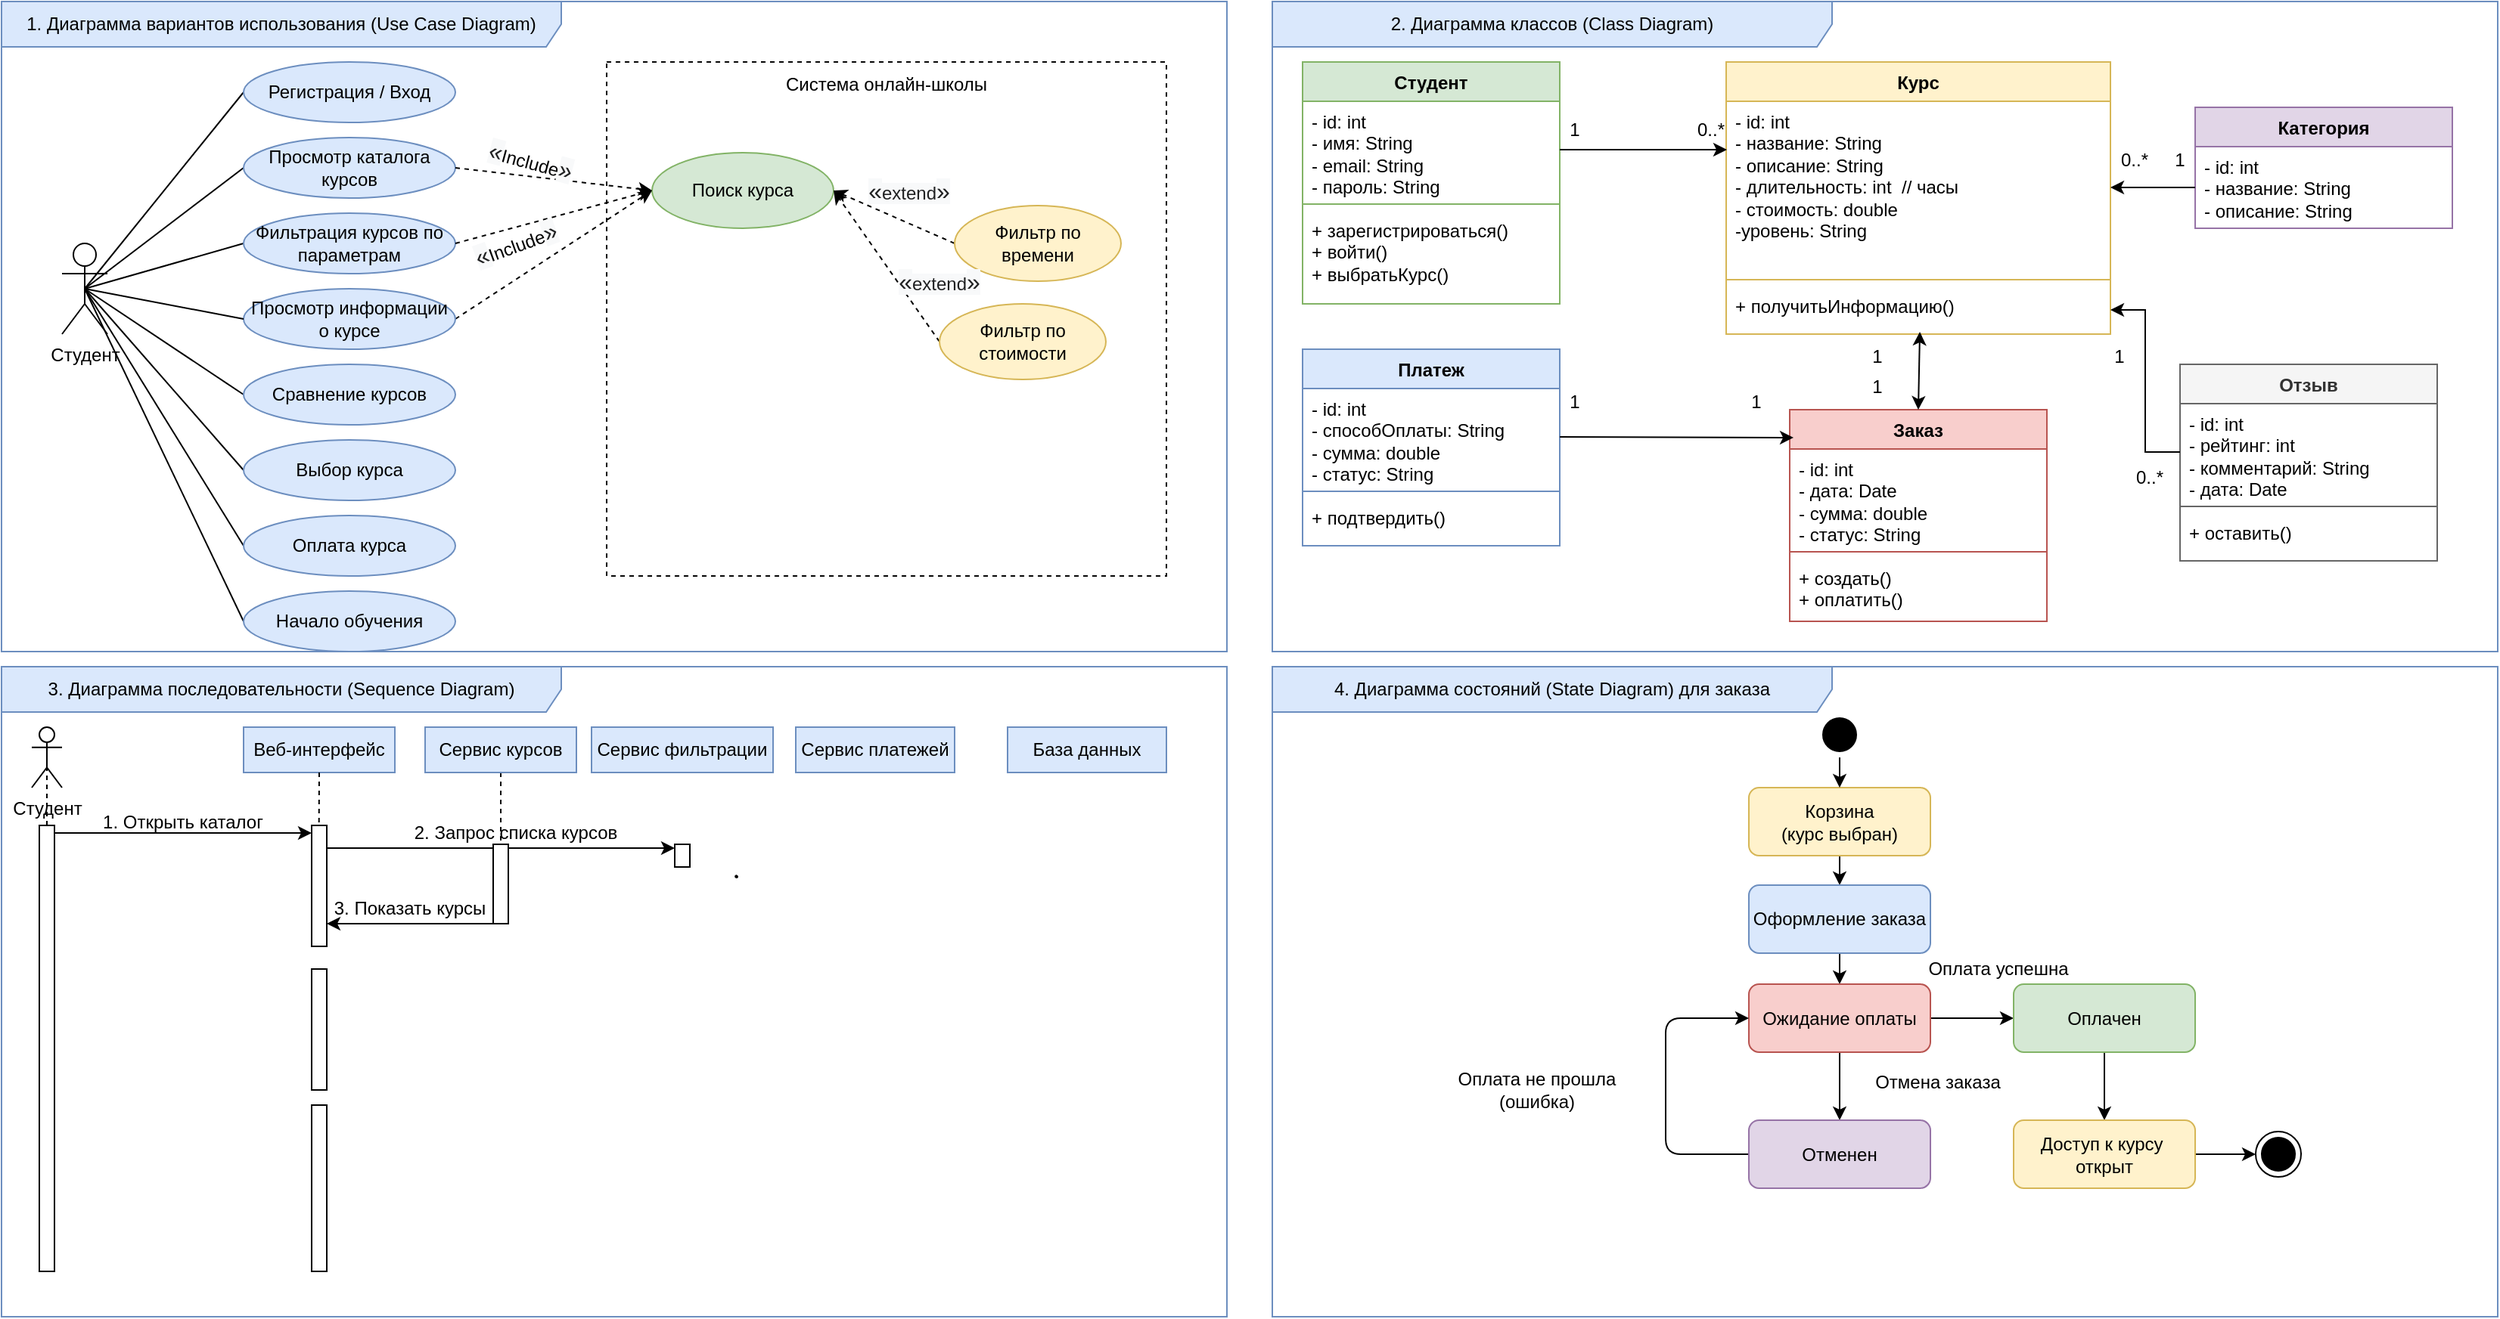
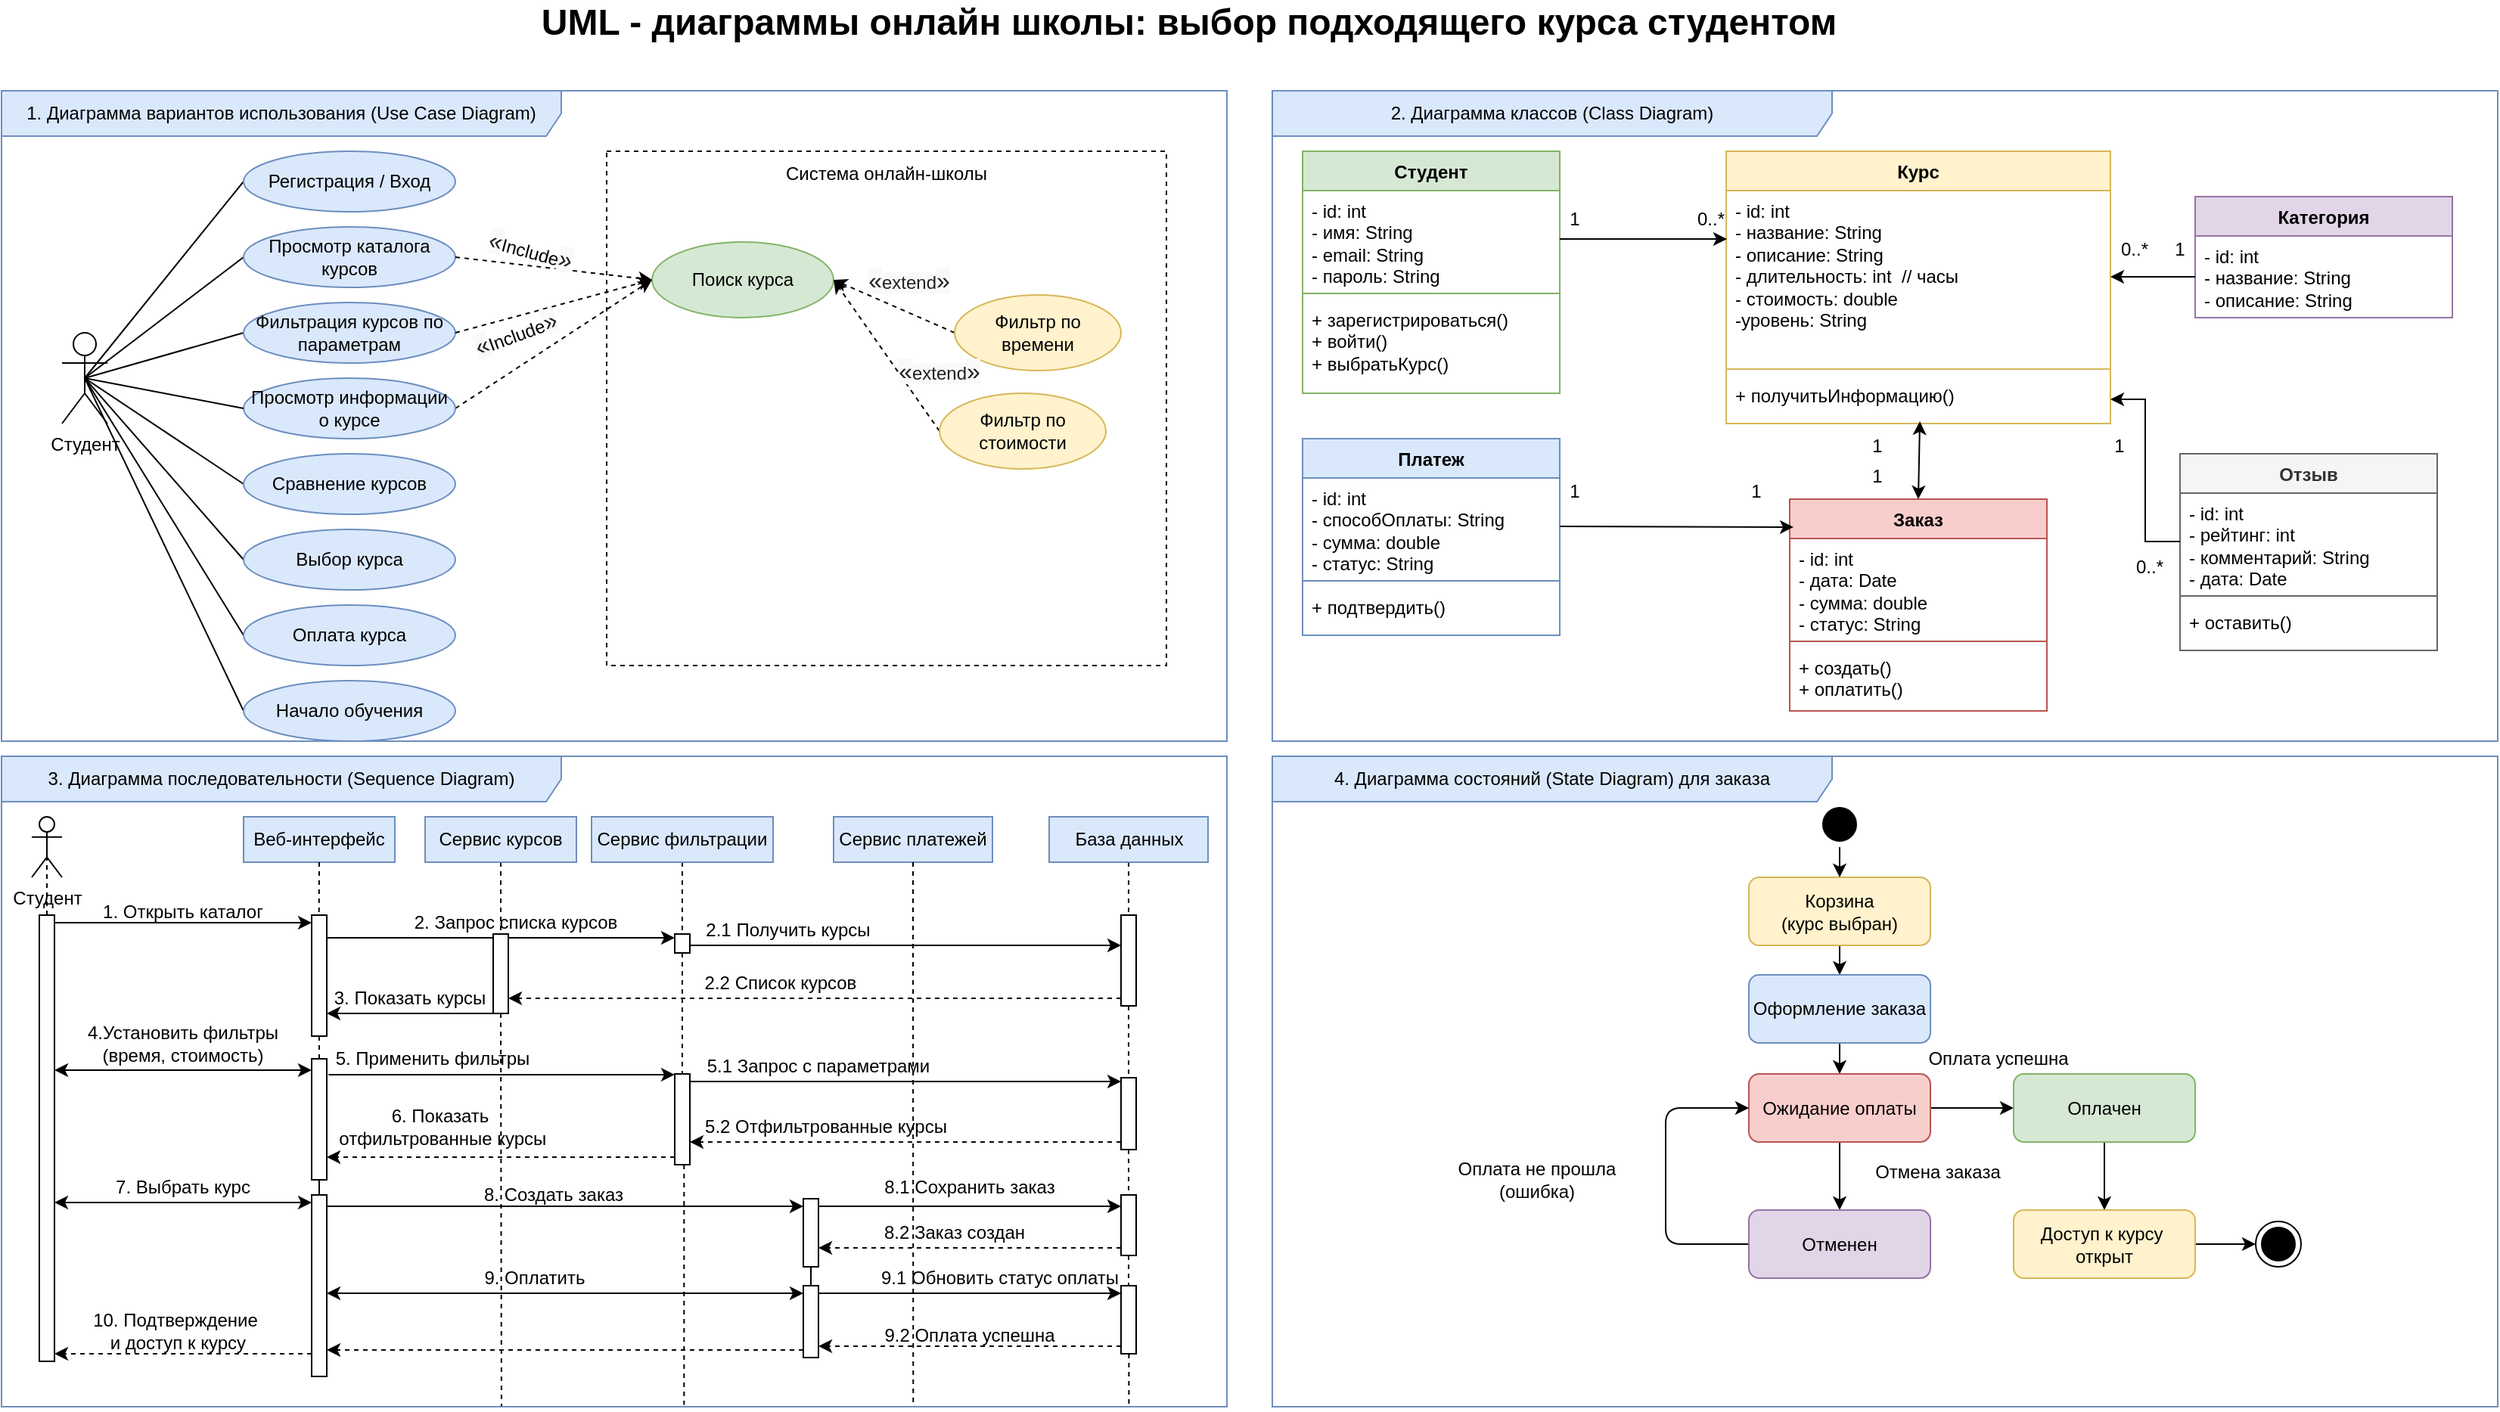
<mxfile host="app.diagrams.net">
  <diagram name="Страница-1" id="D9qNlymfPTsSxVgft2LI">
-     <mxGraphModel dx="305" dy="205" grid="1" gridSize="10" guides="1" tooltips="1" connect="1" arrows="1" fold="1" page="1" pageScale="1" pageWidth="827" pageHeight="1169" math="0" shadow="0">
+     <mxGraphModel dx="2338" dy="2742" grid="1" gridSize="10" guides="1" tooltips="1" connect="1" arrows="1" fold="1" page="1" pageScale="1" pageWidth="827" pageHeight="1169" math="0" shadow="0">
      <root>
        <mxCell id="0" />
        <mxCell id="1" parent="0" />
        <mxCell id="Ora9MrkWIrVl9lBXlNgj-35" parent="1" style="rounded=0;whiteSpace=wrap;html=1;strokeColor=default;dashed=1;" value="" vertex="1">
          <mxGeometry height="340" width="370" x="400" y="40" as="geometry" />
        </mxCell>
        <mxCell id="Ora9MrkWIrVl9lBXlNgj-28" edge="1" parent="1" source="Ora9MrkWIrVl9lBXlNgj-1" style="edgeStyle=none;rounded=0;orthogonalLoop=1;jettySize=auto;html=1;exitX=0.5;exitY=0.5;exitDx=0;exitDy=0;exitPerimeter=0;entryX=0;entryY=0.5;entryDx=0;entryDy=0;endArrow=none;endFill=0;" target="Ora9MrkWIrVl9lBXlNgj-5">
          <mxGeometry relative="1" as="geometry" />
        </mxCell>
        <mxCell id="Ora9MrkWIrVl9lBXlNgj-29" edge="1" parent="1" source="Ora9MrkWIrVl9lBXlNgj-1" style="edgeStyle=none;rounded=0;orthogonalLoop=1;jettySize=auto;html=1;exitX=0.5;exitY=0.5;exitDx=0;exitDy=0;exitPerimeter=0;entryX=0;entryY=0.5;entryDx=0;entryDy=0;endArrow=none;endFill=0;" target="Ora9MrkWIrVl9lBXlNgj-6">
          <mxGeometry relative="1" as="geometry" />
        </mxCell>
        <mxCell id="Ora9MrkWIrVl9lBXlNgj-30" edge="1" parent="1" source="Ora9MrkWIrVl9lBXlNgj-1" style="edgeStyle=none;rounded=0;orthogonalLoop=1;jettySize=auto;html=1;exitX=0.5;exitY=0.5;exitDx=0;exitDy=0;exitPerimeter=0;entryX=0;entryY=0.5;entryDx=0;entryDy=0;endArrow=none;endFill=0;" target="Ora9MrkWIrVl9lBXlNgj-13">
          <mxGeometry relative="1" as="geometry" />
        </mxCell>
        <mxCell id="Ora9MrkWIrVl9lBXlNgj-31" edge="1" parent="1" source="Ora9MrkWIrVl9lBXlNgj-1" style="edgeStyle=none;rounded=0;orthogonalLoop=1;jettySize=auto;html=1;exitX=0.5;exitY=0.5;exitDx=0;exitDy=0;exitPerimeter=0;entryX=0;entryY=0.5;entryDx=0;entryDy=0;endArrow=none;endFill=0;" target="Ora9MrkWIrVl9lBXlNgj-14">
          <mxGeometry relative="1" as="geometry" />
        </mxCell>
        <mxCell id="Ora9MrkWIrVl9lBXlNgj-32" edge="1" parent="1" source="Ora9MrkWIrVl9lBXlNgj-1" style="edgeStyle=none;rounded=0;orthogonalLoop=1;jettySize=auto;html=1;exitX=0.5;exitY=0.5;exitDx=0;exitDy=0;exitPerimeter=0;entryX=0;entryY=0.5;entryDx=0;entryDy=0;endArrow=none;endFill=0;" target="Ora9MrkWIrVl9lBXlNgj-15">
          <mxGeometry relative="1" as="geometry" />
        </mxCell>
        <mxCell id="Ora9MrkWIrVl9lBXlNgj-33" edge="1" parent="1" source="Ora9MrkWIrVl9lBXlNgj-1" style="edgeStyle=none;rounded=0;orthogonalLoop=1;jettySize=auto;html=1;exitX=0.5;exitY=0.5;exitDx=0;exitDy=0;exitPerimeter=0;entryX=0;entryY=0.5;entryDx=0;entryDy=0;endArrow=none;endFill=0;" target="Ora9MrkWIrVl9lBXlNgj-16">
          <mxGeometry relative="1" as="geometry" />
        </mxCell>
        <mxCell id="Ora9MrkWIrVl9lBXlNgj-34" edge="1" parent="1" source="Ora9MrkWIrVl9lBXlNgj-1" style="edgeStyle=none;rounded=0;orthogonalLoop=1;jettySize=auto;html=1;exitX=0.5;exitY=0.5;exitDx=0;exitDy=0;exitPerimeter=0;entryX=0;entryY=0.5;entryDx=0;entryDy=0;endArrow=none;endFill=0;" target="Ora9MrkWIrVl9lBXlNgj-17">
          <mxGeometry relative="1" as="geometry" />
        </mxCell>
        <mxCell id="Ora9MrkWIrVl9lBXlNgj-1" parent="1" style="shape=umlActor;verticalLabelPosition=bottom;verticalAlign=top;html=1;outlineConnect=0;" value="Студент" vertex="1">
          <mxGeometry height="60" width="30" x="40" y="160" as="geometry" />
        </mxCell>
        <mxCell id="Ora9MrkWIrVl9lBXlNgj-3" edge="1" parent="1" style="endArrow=none;html=1;rounded=0;strokeColor=none;curved=1;" value="">
          <mxGeometry height="50" relative="1" width="50" as="geometry">
            <mxPoint x="390" y="330" as="sourcePoint" />
            <mxPoint x="440" y="280" as="targetPoint" />
          </mxGeometry>
        </mxCell>
        <mxCell id="Ora9MrkWIrVl9lBXlNgj-5" parent="1" style="ellipse;whiteSpace=wrap;html=1;fillColor=#dae8fc;strokeColor=#6c8ebf;" value="Регистрация / Вход" vertex="1">
          <mxGeometry height="40" width="140" x="160" y="40" as="geometry" />
        </mxCell>
        <mxCell id="Ora9MrkWIrVl9lBXlNgj-6" parent="1" style="ellipse;whiteSpace=wrap;html=1;fillColor=#dae8fc;strokeColor=#6c8ebf;" value="Просмотр каталога курсов" vertex="1">
          <mxGeometry height="40" width="140" x="160" y="90" as="geometry" />
        </mxCell>
        <mxCell id="Ora9MrkWIrVl9lBXlNgj-13" parent="1" style="ellipse;whiteSpace=wrap;html=1;fillColor=#dae8fc;strokeColor=#6c8ebf;" value="Фильтрация курсов по параметрам" vertex="1">
          <mxGeometry height="40" width="140" x="160" y="140" as="geometry" />
        </mxCell>
        <mxCell id="Ora9MrkWIrVl9lBXlNgj-14" parent="1" style="ellipse;whiteSpace=wrap;html=1;fillColor=#dae8fc;strokeColor=#6c8ebf;" value="Сравнение курсов" vertex="1">
          <mxGeometry height="40" width="140" x="160" y="240" as="geometry" />
        </mxCell>
        <mxCell id="Ora9MrkWIrVl9lBXlNgj-15" parent="1" style="ellipse;whiteSpace=wrap;html=1;fillColor=#dae8fc;strokeColor=#6c8ebf;" value="Выбор курса" vertex="1">
          <mxGeometry height="40" width="140" x="160" y="290" as="geometry" />
        </mxCell>
        <mxCell id="Ora9MrkWIrVl9lBXlNgj-16" parent="1" style="ellipse;whiteSpace=wrap;html=1;fillColor=#dae8fc;strokeColor=#6c8ebf;" value="Оплата курса" vertex="1">
          <mxGeometry height="40" width="140" x="160" y="340" as="geometry" />
        </mxCell>
        <mxCell id="Ora9MrkWIrVl9lBXlNgj-17" parent="1" style="ellipse;whiteSpace=wrap;html=1;fillColor=#dae8fc;strokeColor=#6c8ebf;" value="Начало обучения" vertex="1">
          <mxGeometry height="40" width="140" x="160" y="390" as="geometry" />
        </mxCell>
        <mxCell id="Ora9MrkWIrVl9lBXlNgj-18" parent="1" style="shape=umlFrame;whiteSpace=wrap;html=1;pointerEvents=0;width=370;height=30;fillColor=#dae8fc;strokeColor=#6c8ebf;" value="1. Диаграмма вариантов использования (Use Case Diagram)" vertex="1">
          <mxGeometry height="430" width="810" as="geometry" />
        </mxCell>
        <mxCell id="Ora9MrkWIrVl9lBXlNgj-36" parent="1" style="text;html=1;whiteSpace=wrap;strokeColor=none;fillColor=none;align=center;verticalAlign=middle;rounded=0;" value="Система онлайн-школы" vertex="1">
          <mxGeometry height="30" width="160" x="505" y="40" as="geometry" />
        </mxCell>
        <mxCell id="Ora9MrkWIrVl9lBXlNgj-37" parent="1" style="ellipse;whiteSpace=wrap;html=1;fillColor=#d5e8d4;strokeColor=#82b366;" value="Поиск курса" vertex="1">
          <mxGeometry height="50" width="120" x="430" y="100" as="geometry" />
        </mxCell>
        <mxCell id="Ora9MrkWIrVl9lBXlNgj-38" edge="1" parent="1" source="Ora9MrkWIrVl9lBXlNgj-6" style="edgeStyle=none;rounded=0;orthogonalLoop=1;jettySize=auto;html=1;exitX=1;exitY=0.5;exitDx=0;exitDy=0;entryX=0;entryY=0.5;entryDx=0;entryDy=0;dashed=1;" target="Ora9MrkWIrVl9lBXlNgj-37">
          <mxGeometry relative="1" as="geometry" />
        </mxCell>
        <mxCell id="Ora9MrkWIrVl9lBXlNgj-39" edge="1" parent="1" source="Ora9MrkWIrVl9lBXlNgj-13" style="edgeStyle=none;rounded=0;orthogonalLoop=1;jettySize=auto;html=1;exitX=1;exitY=0.5;exitDx=0;exitDy=0;entryX=0;entryY=0.5;entryDx=0;entryDy=0;dashed=1;" target="Ora9MrkWIrVl9lBXlNgj-37">
          <mxGeometry relative="1" as="geometry" />
        </mxCell>
        <mxCell id="Ora9MrkWIrVl9lBXlNgj-43" edge="1" parent="1" source="Ora9MrkWIrVl9lBXlNgj-41" style="edgeStyle=none;rounded=0;orthogonalLoop=1;jettySize=auto;html=1;exitX=1;exitY=0.5;exitDx=0;exitDy=0;entryX=0;entryY=0.5;entryDx=0;entryDy=0;dashed=1;" target="Ora9MrkWIrVl9lBXlNgj-37">
          <mxGeometry relative="1" as="geometry" />
        </mxCell>
        <mxCell id="Ora9MrkWIrVl9lBXlNgj-41" parent="1" style="ellipse;whiteSpace=wrap;html=1;fillColor=#dae8fc;strokeColor=#6c8ebf;" value="Просмотр информации о курсе" vertex="1">
          <mxGeometry height="40" width="140" x="160" y="190" as="geometry" />
        </mxCell>
        <mxCell id="Ora9MrkWIrVl9lBXlNgj-42" edge="1" parent="1" source="Ora9MrkWIrVl9lBXlNgj-41" style="edgeStyle=none;rounded=0;orthogonalLoop=1;jettySize=auto;html=1;exitX=0;exitY=0.5;exitDx=0;exitDy=0;entryX=0.5;entryY=0.5;entryDx=0;entryDy=0;entryPerimeter=0;endArrow=none;endFill=0;" target="Ora9MrkWIrVl9lBXlNgj-1">
          <mxGeometry relative="1" as="geometry" />
        </mxCell>
        <mxCell id="Ora9MrkWIrVl9lBXlNgj-44" parent="1" style="text;html=1;whiteSpace=wrap;strokeColor=none;fillColor=none;align=center;verticalAlign=middle;rounded=0;rotation=15;" value="&lt;span style=&quot;color: rgb(32, 33, 34); font-family: sans-serif; font-size: 16px; text-align: start; background-color: rgb(248, 249, 250);&quot;&gt;«&lt;/span&gt;Include&lt;span style=&quot;color: rgb(32, 33, 34); font-family: sans-serif; font-size: 16px; text-align: start; background-color: rgb(248, 249, 250);&quot;&gt;»&lt;/span&gt;" vertex="1">
          <mxGeometry height="30" width="60" x="320" y="90" as="geometry" />
        </mxCell>
        <mxCell id="Ora9MrkWIrVl9lBXlNgj-45" parent="1" style="text;html=1;whiteSpace=wrap;strokeColor=none;fillColor=none;align=center;verticalAlign=middle;rounded=0;rotation=-20;" value="&lt;span style=&quot;color: rgb(32, 33, 34); font-family: sans-serif; font-size: 16px; text-align: start; background-color: rgb(248, 249, 250);&quot;&gt;«&lt;/span&gt;Include&lt;span style=&quot;color: rgb(32, 33, 34); font-family: sans-serif; font-size: 16px; text-align: start; background-color: rgb(248, 249, 250);&quot;&gt;»&lt;/span&gt;" vertex="1">
          <mxGeometry height="30" width="60" x="310" y="145" as="geometry" />
        </mxCell>
        <mxCell id="g0pQmNP9uAlrfDevc1Wt-4" edge="1" parent="1" source="g0pQmNP9uAlrfDevc1Wt-1" style="edgeStyle=none;rounded=0;orthogonalLoop=1;jettySize=auto;html=1;exitX=0;exitY=0.5;exitDx=0;exitDy=0;entryX=1;entryY=0.5;entryDx=0;entryDy=0;dashed=1;" target="Ora9MrkWIrVl9lBXlNgj-37">
          <mxGeometry relative="1" as="geometry" />
        </mxCell>
        <mxCell id="g0pQmNP9uAlrfDevc1Wt-1" parent="1" style="ellipse;whiteSpace=wrap;html=1;fillColor=#fff2cc;strokeColor=#d6b656;" value="Фильтр по времени" vertex="1">
          <mxGeometry height="50" width="110" x="630" y="135" as="geometry" />
        </mxCell>
        <mxCell id="g0pQmNP9uAlrfDevc1Wt-3" edge="1" parent="1" source="g0pQmNP9uAlrfDevc1Wt-2" style="edgeStyle=none;rounded=0;orthogonalLoop=1;jettySize=auto;html=1;exitX=0;exitY=0.5;exitDx=0;exitDy=0;entryX=1;entryY=0.5;entryDx=0;entryDy=0;dashed=1;" target="Ora9MrkWIrVl9lBXlNgj-37">
          <mxGeometry relative="1" as="geometry" />
        </mxCell>
        <mxCell id="g0pQmNP9uAlrfDevc1Wt-2" parent="1" style="ellipse;whiteSpace=wrap;html=1;fillColor=#fff2cc;strokeColor=#d6b656;" value="Фильтр по стоимости" vertex="1">
          <mxGeometry height="50" width="110" x="620" y="200" as="geometry" />
        </mxCell>
        <mxCell id="g0pQmNP9uAlrfDevc1Wt-5" parent="1" style="text;html=1;whiteSpace=wrap;strokeColor=none;fillColor=none;align=center;verticalAlign=middle;rounded=0;rotation=0;" value="&lt;div style=&quot;text-align: center;&quot;&gt;&lt;span style=&quot;color: rgb(32, 33, 34); font-family: sans-serif; font-size: 16px; text-align: start; background-color: rgb(248, 249, 250);&quot;&gt;«&lt;/span&gt;&lt;span style=&quot;text-align: start; background-color: rgb(248, 249, 250); color: rgb(32, 33, 34);&quot;&gt;extend&lt;/span&gt;&lt;span style=&quot;color: rgb(32, 33, 34); font-family: sans-serif; font-size: 16px; text-align: start; background-color: rgb(248, 249, 250);&quot;&gt;»&lt;/span&gt;&lt;/div&gt;" vertex="1">
          <mxGeometry height="30" width="60" x="570" y="110" as="geometry" />
        </mxCell>
        <mxCell id="g0pQmNP9uAlrfDevc1Wt-6" parent="1" style="text;html=1;whiteSpace=wrap;strokeColor=none;fillColor=none;align=center;verticalAlign=middle;rounded=0;rotation=0;" value="&lt;div style=&quot;text-align: center;&quot;&gt;&lt;span style=&quot;color: rgb(32, 33, 34); font-family: sans-serif; font-size: 16px; text-align: start; background-color: rgb(248, 249, 250);&quot;&gt;«&lt;/span&gt;&lt;span style=&quot;text-align: start; background-color: rgb(248, 249, 250); color: rgb(32, 33, 34);&quot;&gt;extend&lt;/span&gt;&lt;span style=&quot;color: rgb(32, 33, 34); font-family: sans-serif; font-size: 16px; text-align: start; background-color: rgb(248, 249, 250);&quot;&gt;»&lt;/span&gt;&lt;/div&gt;" vertex="1">
          <mxGeometry height="30" width="60" x="590" y="170" as="geometry" />
        </mxCell>
        <mxCell id="g0pQmNP9uAlrfDevc1Wt-7" parent="1" style="shape=umlFrame;whiteSpace=wrap;html=1;pointerEvents=0;width=370;height=30;fillColor=#dae8fc;strokeColor=#6c8ebf;" value="2. Диаграмма классов (Class Diagram)" vertex="1">
          <mxGeometry height="430" width="810" x="840" as="geometry" />
        </mxCell>
        <mxCell id="g0pQmNP9uAlrfDevc1Wt-8" parent="1" style="swimlane;fontStyle=1;align=center;verticalAlign=top;childLayout=stackLayout;horizontal=1;startSize=26;horizontalStack=0;resizeParent=1;resizeParentMax=0;resizeLast=0;collapsible=1;marginBottom=0;whiteSpace=wrap;html=1;fillColor=#d5e8d4;strokeColor=#82b366;" value="Студент" vertex="1">
          <mxGeometry height="160" width="170" x="860" y="40" as="geometry" />
        </mxCell>
        <mxCell id="g0pQmNP9uAlrfDevc1Wt-9" parent="g0pQmNP9uAlrfDevc1Wt-8" style="text;strokeColor=none;fillColor=none;align=left;verticalAlign=top;spacingLeft=4;spacingRight=4;overflow=hidden;rotatable=0;points=[[0,0.5],[1,0.5]];portConstraint=eastwest;whiteSpace=wrap;html=1;" value="- id: int&lt;div&gt;- имя: String&lt;/div&gt;&lt;div&gt;- email: String&lt;/div&gt;&lt;div&gt;- пароль: String&lt;br&gt;&lt;div&gt;&lt;br&gt;&lt;/div&gt;&lt;/div&gt;" vertex="1">
          <mxGeometry height="64" width="170" y="26" as="geometry" />
        </mxCell>
        <mxCell id="g0pQmNP9uAlrfDevc1Wt-10" parent="g0pQmNP9uAlrfDevc1Wt-8" style="line;strokeWidth=1;fillColor=none;align=left;verticalAlign=middle;spacingTop=-1;spacingLeft=3;spacingRight=3;rotatable=0;labelPosition=right;points=[];portConstraint=eastwest;strokeColor=inherit;" value="" vertex="1">
          <mxGeometry height="8" width="170" y="90" as="geometry" />
        </mxCell>
        <mxCell id="g0pQmNP9uAlrfDevc1Wt-11" parent="g0pQmNP9uAlrfDevc1Wt-8" style="text;strokeColor=none;fillColor=none;align=left;verticalAlign=top;spacingLeft=4;spacingRight=4;overflow=hidden;rotatable=0;points=[[0,0.5],[1,0.5]];portConstraint=eastwest;whiteSpace=wrap;html=1;" value="+ зарегистрироваться()&lt;div&gt;+ войти()&lt;/div&gt;&lt;div&gt;+ выбратьКурс()&lt;/div&gt;" vertex="1">
          <mxGeometry height="62" width="170" y="98" as="geometry" />
        </mxCell>
        <mxCell id="g0pQmNP9uAlrfDevc1Wt-12" parent="1" style="swimlane;fontStyle=1;align=center;verticalAlign=top;childLayout=stackLayout;horizontal=1;startSize=26;horizontalStack=0;resizeParent=1;resizeParentMax=0;resizeLast=0;collapsible=1;marginBottom=0;whiteSpace=wrap;html=1;fillColor=#fff2cc;strokeColor=#d6b656;" value="Курс" vertex="1">
          <mxGeometry height="180" width="254" x="1140" y="40" as="geometry">
            <mxRectangle height="30" width="70" x="1140" y="40" as="alternateBounds" />
          </mxGeometry>
        </mxCell>
        <mxCell id="g0pQmNP9uAlrfDevc1Wt-13" parent="g0pQmNP9uAlrfDevc1Wt-12" style="text;strokeColor=none;fillColor=none;align=left;verticalAlign=top;spacingLeft=4;spacingRight=4;overflow=hidden;rotatable=0;points=[[0,0.5],[1,0.5]];portConstraint=eastwest;whiteSpace=wrap;html=1;" value="- id: int&lt;div&gt;- название: String&lt;/div&gt;&lt;div&gt;- описание: String&lt;/div&gt;&lt;div&gt;- длительность: int&amp;nbsp; // часы&lt;br&gt;&lt;div&gt;- стоимость: double&lt;/div&gt;&lt;/div&gt;&lt;div&gt;-уровень: String&lt;/div&gt;" vertex="1">
          <mxGeometry height="114" width="254" y="26" as="geometry" />
        </mxCell>
        <mxCell id="g0pQmNP9uAlrfDevc1Wt-14" parent="g0pQmNP9uAlrfDevc1Wt-12" style="line;strokeWidth=1;fillColor=none;align=left;verticalAlign=middle;spacingTop=-1;spacingLeft=3;spacingRight=3;rotatable=0;labelPosition=right;points=[];portConstraint=eastwest;strokeColor=inherit;" value="" vertex="1">
          <mxGeometry height="8" width="254" y="140" as="geometry" />
        </mxCell>
        <mxCell id="g0pQmNP9uAlrfDevc1Wt-15" parent="g0pQmNP9uAlrfDevc1Wt-12" style="text;strokeColor=none;fillColor=none;align=left;verticalAlign=top;spacingLeft=4;spacingRight=4;overflow=hidden;rotatable=0;points=[[0,0.5],[1,0.5]];portConstraint=eastwest;whiteSpace=wrap;html=1;" value="+ получитьИнформацию()" vertex="1">
          <mxGeometry height="32" width="254" y="148" as="geometry" />
        </mxCell>
        <mxCell id="g0pQmNP9uAlrfDevc1Wt-16" edge="1" parent="1" source="g0pQmNP9uAlrfDevc1Wt-9" style="edgeStyle=none;rounded=0;orthogonalLoop=1;jettySize=auto;html=1;exitX=1;exitY=0.5;exitDx=0;exitDy=0;entryX=0.002;entryY=0.281;entryDx=0;entryDy=0;entryPerimeter=0;" target="g0pQmNP9uAlrfDevc1Wt-13" value="">
          <mxGeometry relative="1" as="geometry" />
        </mxCell>
        <mxCell id="g0pQmNP9uAlrfDevc1Wt-17" parent="1" style="swimlane;fontStyle=1;align=center;verticalAlign=top;childLayout=stackLayout;horizontal=1;startSize=26;horizontalStack=0;resizeParent=1;resizeParentMax=0;resizeLast=0;collapsible=1;marginBottom=0;whiteSpace=wrap;html=1;fillColor=#e1d5e7;strokeColor=#9673a6;" value="Категория" vertex="1">
          <mxGeometry height="80" width="170" x="1450" y="70" as="geometry" />
        </mxCell>
        <mxCell id="g0pQmNP9uAlrfDevc1Wt-18" parent="g0pQmNP9uAlrfDevc1Wt-17" style="text;strokeColor=none;fillColor=none;align=left;verticalAlign=top;spacingLeft=4;spacingRight=4;overflow=hidden;rotatable=0;points=[[0,0.5],[1,0.5]];portConstraint=eastwest;whiteSpace=wrap;html=1;" value="- id: int&lt;div&gt;- название: String&lt;/div&gt;&lt;div&gt;- описание: String&lt;/div&gt;&lt;div&gt;&lt;div&gt;&lt;br&gt;&lt;/div&gt;&lt;/div&gt;" vertex="1">
          <mxGeometry height="54" width="170" y="26" as="geometry" />
        </mxCell>
        <mxCell id="g0pQmNP9uAlrfDevc1Wt-21" edge="1" parent="1" source="g0pQmNP9uAlrfDevc1Wt-18" style="edgeStyle=none;rounded=0;orthogonalLoop=1;jettySize=auto;html=1;exitX=0;exitY=0.5;exitDx=0;exitDy=0;entryX=1;entryY=0.5;entryDx=0;entryDy=0;" target="g0pQmNP9uAlrfDevc1Wt-13">
          <mxGeometry relative="1" as="geometry" />
        </mxCell>
        <mxCell id="g0pQmNP9uAlrfDevc1Wt-22" parent="1" style="swimlane;fontStyle=1;align=center;verticalAlign=top;childLayout=stackLayout;horizontal=1;startSize=26;horizontalStack=0;resizeParent=1;resizeParentMax=0;resizeLast=0;collapsible=1;marginBottom=0;whiteSpace=wrap;html=1;fillColor=#dae8fc;strokeColor=#6c8ebf;" value="Платеж" vertex="1">
          <mxGeometry height="130" width="170" x="860" y="230" as="geometry" />
        </mxCell>
        <mxCell id="g0pQmNP9uAlrfDevc1Wt-23" parent="g0pQmNP9uAlrfDevc1Wt-22" style="text;strokeColor=none;fillColor=none;align=left;verticalAlign=top;spacingLeft=4;spacingRight=4;overflow=hidden;rotatable=0;points=[[0,0.5],[1,0.5]];portConstraint=eastwest;whiteSpace=wrap;html=1;" value="- id: int&lt;div&gt;- способОплаты: String&lt;/div&gt;&lt;div&gt;- сумма: double&lt;/div&gt;&lt;div&gt;- статус: String&lt;br&gt;&lt;div&gt;&lt;br&gt;&lt;/div&gt;&lt;/div&gt;" vertex="1">
          <mxGeometry height="64" width="170" y="26" as="geometry" />
        </mxCell>
        <mxCell id="g0pQmNP9uAlrfDevc1Wt-24" parent="g0pQmNP9uAlrfDevc1Wt-22" style="line;strokeWidth=1;fillColor=none;align=left;verticalAlign=middle;spacingTop=-1;spacingLeft=3;spacingRight=3;rotatable=0;labelPosition=right;points=[];portConstraint=eastwest;strokeColor=inherit;" value="" vertex="1">
          <mxGeometry height="8" width="170" y="90" as="geometry" />
        </mxCell>
        <mxCell id="g0pQmNP9uAlrfDevc1Wt-25" parent="g0pQmNP9uAlrfDevc1Wt-22" style="text;strokeColor=none;fillColor=none;align=left;verticalAlign=top;spacingLeft=4;spacingRight=4;overflow=hidden;rotatable=0;points=[[0,0.5],[1,0.5]];portConstraint=eastwest;whiteSpace=wrap;html=1;" value="+ подтвердить()&lt;div&gt;&lt;br&gt;&lt;/div&gt;" vertex="1">
          <mxGeometry height="32" width="170" y="98" as="geometry" />
        </mxCell>
        <mxCell id="g0pQmNP9uAlrfDevc1Wt-26" parent="1" style="swimlane;fontStyle=1;align=center;verticalAlign=top;childLayout=stackLayout;horizontal=1;startSize=26;horizontalStack=0;resizeParent=1;resizeParentMax=0;resizeLast=0;collapsible=1;marginBottom=0;whiteSpace=wrap;html=1;fillColor=#f8cecc;strokeColor=#b85450;" value="Заказ" vertex="1">
          <mxGeometry height="140" width="170" x="1182" y="270" as="geometry" />
        </mxCell>
        <mxCell id="g0pQmNP9uAlrfDevc1Wt-27" parent="g0pQmNP9uAlrfDevc1Wt-26" style="text;strokeColor=none;fillColor=none;align=left;verticalAlign=top;spacingLeft=4;spacingRight=4;overflow=hidden;rotatable=0;points=[[0,0.5],[1,0.5]];portConstraint=eastwest;whiteSpace=wrap;html=1;" value="- id: int&lt;div&gt;- дата: Date&lt;/div&gt;&lt;div&gt;- сумма: double&lt;/div&gt;&lt;div&gt;- статус: String&lt;br&gt;&lt;div&gt;&lt;br&gt;&lt;/div&gt;&lt;/div&gt;" vertex="1">
          <mxGeometry height="64" width="170" y="26" as="geometry" />
        </mxCell>
        <mxCell id="g0pQmNP9uAlrfDevc1Wt-28" parent="g0pQmNP9uAlrfDevc1Wt-26" style="line;strokeWidth=1;fillColor=none;align=left;verticalAlign=middle;spacingTop=-1;spacingLeft=3;spacingRight=3;rotatable=0;labelPosition=right;points=[];portConstraint=eastwest;strokeColor=inherit;" value="" vertex="1">
          <mxGeometry height="8" width="170" y="90" as="geometry" />
        </mxCell>
        <mxCell id="g0pQmNP9uAlrfDevc1Wt-29" parent="g0pQmNP9uAlrfDevc1Wt-26" style="text;strokeColor=none;fillColor=none;align=left;verticalAlign=top;spacingLeft=4;spacingRight=4;overflow=hidden;rotatable=0;points=[[0,0.5],[1,0.5]];portConstraint=eastwest;whiteSpace=wrap;html=1;" value="+ создать()&lt;div&gt;+ оплатить()&lt;/div&gt;" vertex="1">
          <mxGeometry height="42" width="170" y="98" as="geometry" />
        </mxCell>
        <mxCell id="g0pQmNP9uAlrfDevc1Wt-30" edge="1" parent="1" source="g0pQmNP9uAlrfDevc1Wt-26" style="rounded=0;orthogonalLoop=1;jettySize=auto;html=1;exitX=0.5;exitY=0;exitDx=0;exitDy=0;entryX=0.504;entryY=0.953;entryDx=0;entryDy=0;entryPerimeter=0;startArrow=classic;startFill=1;" target="g0pQmNP9uAlrfDevc1Wt-15">
          <mxGeometry relative="1" as="geometry" />
        </mxCell>
        <mxCell id="g0pQmNP9uAlrfDevc1Wt-32" edge="1" parent="1" source="g0pQmNP9uAlrfDevc1Wt-23" style="edgeStyle=none;rounded=0;orthogonalLoop=1;jettySize=auto;html=1;exitX=1;exitY=0.5;exitDx=0;exitDy=0;entryX=0.015;entryY=0.132;entryDx=0;entryDy=0;entryPerimeter=0;" target="g0pQmNP9uAlrfDevc1Wt-26">
          <mxGeometry relative="1" as="geometry" />
        </mxCell>
        <mxCell id="g0pQmNP9uAlrfDevc1Wt-33" parent="1" style="swimlane;fontStyle=1;align=center;verticalAlign=top;childLayout=stackLayout;horizontal=1;startSize=26;horizontalStack=0;resizeParent=1;resizeParentMax=0;resizeLast=0;collapsible=1;marginBottom=0;whiteSpace=wrap;html=1;fillColor=#f5f5f5;strokeColor=#666666;fontColor=#333333;" value="Отзыв" vertex="1">
          <mxGeometry height="130" width="170" x="1440" y="240" as="geometry" />
        </mxCell>
        <mxCell id="g0pQmNP9uAlrfDevc1Wt-34" parent="g0pQmNP9uAlrfDevc1Wt-33" style="text;strokeColor=none;fillColor=none;align=left;verticalAlign=top;spacingLeft=4;spacingRight=4;overflow=hidden;rotatable=0;points=[[0,0.5],[1,0.5]];portConstraint=eastwest;whiteSpace=wrap;html=1;" value="- id: int&lt;div&gt;- рейтинг: int&lt;/div&gt;&lt;div&gt;- комментарий: String&lt;/div&gt;&lt;div&gt;- дата: Date&lt;br&gt;&lt;div&gt;&lt;br&gt;&lt;/div&gt;&lt;/div&gt;" vertex="1">
          <mxGeometry height="64" width="170" y="26" as="geometry" />
        </mxCell>
        <mxCell id="g0pQmNP9uAlrfDevc1Wt-35" parent="g0pQmNP9uAlrfDevc1Wt-33" style="line;strokeWidth=1;fillColor=none;align=left;verticalAlign=middle;spacingTop=-1;spacingLeft=3;spacingRight=3;rotatable=0;labelPosition=right;points=[];portConstraint=eastwest;strokeColor=inherit;" value="" vertex="1">
          <mxGeometry height="8" width="170" y="90" as="geometry" />
        </mxCell>
        <mxCell id="g0pQmNP9uAlrfDevc1Wt-36" parent="g0pQmNP9uAlrfDevc1Wt-33" style="text;strokeColor=none;fillColor=none;align=left;verticalAlign=top;spacingLeft=4;spacingRight=4;overflow=hidden;rotatable=0;points=[[0,0.5],[1,0.5]];portConstraint=eastwest;whiteSpace=wrap;html=1;" value="+ оставить()&lt;div&gt;&lt;br&gt;&lt;/div&gt;" vertex="1">
          <mxGeometry height="32" width="170" y="98" as="geometry" />
        </mxCell>
        <mxCell id="g0pQmNP9uAlrfDevc1Wt-37" edge="1" parent="g0pQmNP9uAlrfDevc1Wt-33" source="g0pQmNP9uAlrfDevc1Wt-34" style="edgeStyle=none;rounded=0;orthogonalLoop=1;jettySize=auto;html=1;exitX=0;exitY=0.5;exitDx=0;exitDy=0;" target="g0pQmNP9uAlrfDevc1Wt-34">
          <mxGeometry relative="1" as="geometry" />
        </mxCell>
        <mxCell id="g0pQmNP9uAlrfDevc1Wt-38" edge="1" parent="1" source="g0pQmNP9uAlrfDevc1Wt-34" style="edgeStyle=orthogonalEdgeStyle;rounded=0;orthogonalLoop=1;jettySize=auto;html=1;exitX=0;exitY=0.5;exitDx=0;exitDy=0;entryX=1;entryY=0.5;entryDx=0;entryDy=0;elbow=vertical;" target="g0pQmNP9uAlrfDevc1Wt-15">
          <mxGeometry relative="1" as="geometry" />
        </mxCell>
        <mxCell id="g0pQmNP9uAlrfDevc1Wt-39" parent="1" style="text;html=1;whiteSpace=wrap;strokeColor=none;fillColor=none;align=center;verticalAlign=middle;rounded=0;" value="0..*" vertex="1">
          <mxGeometry height="20" width="60" x="1380" y="95" as="geometry" />
        </mxCell>
        <mxCell id="g0pQmNP9uAlrfDevc1Wt-40" parent="1" style="text;html=1;whiteSpace=wrap;strokeColor=none;fillColor=none;align=center;verticalAlign=middle;rounded=0;" value="1" vertex="1">
          <mxGeometry height="30" width="60" x="1410" y="90" as="geometry" />
        </mxCell>
        <mxCell id="g0pQmNP9uAlrfDevc1Wt-41" parent="1" style="text;html=1;whiteSpace=wrap;strokeColor=none;fillColor=none;align=center;verticalAlign=middle;rounded=0;" value="1" vertex="1">
          <mxGeometry height="30" width="60" x="1370" y="220" as="geometry" />
        </mxCell>
        <mxCell id="g0pQmNP9uAlrfDevc1Wt-42" parent="1" style="text;html=1;whiteSpace=wrap;strokeColor=none;fillColor=none;align=center;verticalAlign=middle;rounded=0;" value="0..*" vertex="1">
          <mxGeometry height="30" width="60" x="1390" y="300" as="geometry" />
        </mxCell>
        <mxCell id="g0pQmNP9uAlrfDevc1Wt-43" parent="1" style="text;html=1;whiteSpace=wrap;strokeColor=none;fillColor=none;align=center;verticalAlign=middle;rounded=0;" value="1" vertex="1">
          <mxGeometry height="30" width="60" x="1210" y="220" as="geometry" />
        </mxCell>
        <mxCell id="g0pQmNP9uAlrfDevc1Wt-44" parent="1" style="text;html=1;whiteSpace=wrap;strokeColor=none;fillColor=none;align=center;verticalAlign=middle;rounded=0;" value="1" vertex="1">
          <mxGeometry height="30" width="60" x="1210" y="240" as="geometry" />
        </mxCell>
        <mxCell id="g0pQmNP9uAlrfDevc1Wt-45" parent="1" style="text;html=1;whiteSpace=wrap;strokeColor=none;fillColor=none;align=center;verticalAlign=middle;rounded=0;" value="1" vertex="1">
          <mxGeometry height="30" width="60" x="1010" y="70" as="geometry" />
        </mxCell>
        <mxCell id="g0pQmNP9uAlrfDevc1Wt-46" parent="1" style="text;html=1;whiteSpace=wrap;strokeColor=none;fillColor=none;align=center;verticalAlign=middle;rounded=0;" value="0..*" vertex="1">
          <mxGeometry height="30" width="60" x="1100" y="70" as="geometry" />
        </mxCell>
        <mxCell id="g0pQmNP9uAlrfDevc1Wt-47" parent="1" style="text;html=1;whiteSpace=wrap;strokeColor=none;fillColor=none;align=center;verticalAlign=middle;rounded=0;" value="1" vertex="1">
          <mxGeometry height="30" width="60" x="1010" y="250" as="geometry" />
        </mxCell>
        <mxCell id="g0pQmNP9uAlrfDevc1Wt-48" parent="1" style="text;html=1;whiteSpace=wrap;strokeColor=none;fillColor=none;align=center;verticalAlign=middle;rounded=0;" value="1" vertex="1">
          <mxGeometry height="30" width="60" x="1130" y="250" as="geometry" />
        </mxCell>
        <mxCell id="g0pQmNP9uAlrfDevc1Wt-49" parent="1" style="shape=umlFrame;whiteSpace=wrap;html=1;pointerEvents=0;width=370;height=30;fillColor=#dae8fc;strokeColor=#6c8ebf;" value="3. Диаграмма последовательности (Sequence Diagram)" vertex="1">
          <mxGeometry height="430" width="810" y="440" as="geometry" />
        </mxCell>
        <mxCell id="g0pQmNP9uAlrfDevc1Wt-50" parent="1" style="shape=umlFrame;whiteSpace=wrap;html=1;pointerEvents=0;width=370;height=30;fillColor=#dae8fc;strokeColor=#6c8ebf;" value="4. Диаграмма состояний (State Diagram) для заказа" vertex="1">
          <mxGeometry height="430" width="810" x="840" y="440" as="geometry" />
        </mxCell>
        <mxCell id="g0pQmNP9uAlrfDevc1Wt-58" edge="1" parent="1" source="g0pQmNP9uAlrfDevc1Wt-51" style="edgeStyle=none;rounded=0;orthogonalLoop=1;jettySize=auto;html=1;exitX=0.5;exitY=1;exitDx=0;exitDy=0;" target="g0pQmNP9uAlrfDevc1Wt-57">
          <mxGeometry relative="1" as="geometry" />
        </mxCell>
        <mxCell id="g0pQmNP9uAlrfDevc1Wt-51" parent="1" style="rounded=1;whiteSpace=wrap;html=1;fillColor=#fff2cc;strokeColor=#d6b656;" value="Корзина&lt;div&gt;(курс выбран)&lt;/div&gt;" vertex="1">
          <mxGeometry height="45" width="120" x="1155" y="520" as="geometry" />
        </mxCell>
        <mxCell id="g0pQmNP9uAlrfDevc1Wt-56" edge="1" parent="1" source="g0pQmNP9uAlrfDevc1Wt-54" style="edgeStyle=none;rounded=0;orthogonalLoop=1;jettySize=auto;html=1;exitX=0.5;exitY=1;exitDx=0;exitDy=0;entryX=0.5;entryY=0;entryDx=0;entryDy=0;" target="g0pQmNP9uAlrfDevc1Wt-51">
          <mxGeometry relative="1" as="geometry" />
        </mxCell>
        <mxCell id="g0pQmNP9uAlrfDevc1Wt-54" parent="1" style="ellipse;html=1;shape=startState;fillColor=#000000;strokeColor=light-dark(#000000, #ff9090);" value="" vertex="1">
          <mxGeometry height="30" width="30" x="1200" y="470" as="geometry" />
        </mxCell>
        <mxCell id="g0pQmNP9uAlrfDevc1Wt-60" edge="1" parent="1" source="g0pQmNP9uAlrfDevc1Wt-57" style="edgeStyle=none;rounded=0;orthogonalLoop=1;jettySize=auto;html=1;exitX=0.5;exitY=1;exitDx=0;exitDy=0;entryX=0.5;entryY=0;entryDx=0;entryDy=0;" target="g0pQmNP9uAlrfDevc1Wt-59">
          <mxGeometry relative="1" as="geometry" />
        </mxCell>
        <mxCell id="g0pQmNP9uAlrfDevc1Wt-57" parent="1" style="rounded=1;whiteSpace=wrap;html=1;fillColor=#dae8fc;strokeColor=#6c8ebf;" value="Оформление заказа" vertex="1">
          <mxGeometry height="45" width="120" x="1155" y="584.5" as="geometry" />
        </mxCell>
        <mxCell id="g0pQmNP9uAlrfDevc1Wt-65" edge="1" parent="1" source="g0pQmNP9uAlrfDevc1Wt-59" style="edgeStyle=none;rounded=0;orthogonalLoop=1;jettySize=auto;html=1;exitX=1;exitY=0.5;exitDx=0;exitDy=0;entryX=0;entryY=0.5;entryDx=0;entryDy=0;" target="g0pQmNP9uAlrfDevc1Wt-63">
          <mxGeometry relative="1" as="geometry" />
        </mxCell>
        <mxCell id="g0pQmNP9uAlrfDevc1Wt-67" edge="1" parent="1" source="g0pQmNP9uAlrfDevc1Wt-59" style="edgeStyle=none;rounded=0;orthogonalLoop=1;jettySize=auto;html=1;exitX=0.5;exitY=1;exitDx=0;exitDy=0;entryX=0.5;entryY=0;entryDx=0;entryDy=0;" target="g0pQmNP9uAlrfDevc1Wt-66">
          <mxGeometry relative="1" as="geometry" />
        </mxCell>
        <mxCell id="g0pQmNP9uAlrfDevc1Wt-59" parent="1" style="rounded=1;whiteSpace=wrap;html=1;fillColor=#f8cecc;strokeColor=#b85450;" value="Ожидание оплаты" vertex="1">
          <mxGeometry height="45" width="120" x="1155" y="650" as="geometry" />
        </mxCell>
        <mxCell id="g0pQmNP9uAlrfDevc1Wt-73" edge="1" parent="1" source="g0pQmNP9uAlrfDevc1Wt-63" style="edgeStyle=none;rounded=0;orthogonalLoop=1;jettySize=auto;html=1;exitX=0.5;exitY=1;exitDx=0;exitDy=0;entryX=0.5;entryY=0;entryDx=0;entryDy=0;" target="g0pQmNP9uAlrfDevc1Wt-71">
          <mxGeometry relative="1" as="geometry" />
        </mxCell>
        <mxCell id="g0pQmNP9uAlrfDevc1Wt-63" parent="1" style="rounded=1;whiteSpace=wrap;html=1;fillColor=#d5e8d4;strokeColor=#82b366;" value="Оплачен" vertex="1">
          <mxGeometry height="45" width="120" x="1330" y="650" as="geometry" />
        </mxCell>
        <mxCell id="g0pQmNP9uAlrfDevc1Wt-69" edge="1" parent="1" source="g0pQmNP9uAlrfDevc1Wt-66" style="edgeStyle=orthogonalEdgeStyle;rounded=1;orthogonalLoop=1;jettySize=auto;html=1;exitX=0;exitY=0.5;exitDx=0;exitDy=0;entryX=0;entryY=0.5;entryDx=0;entryDy=0;curved=0;" target="g0pQmNP9uAlrfDevc1Wt-59">
          <mxGeometry relative="1" as="geometry">
            <Array as="points">
              <mxPoint x="1100" y="763" />
              <mxPoint x="1100" y="673" />
            </Array>
          </mxGeometry>
        </mxCell>
        <mxCell id="g0pQmNP9uAlrfDevc1Wt-66" parent="1" style="rounded=1;whiteSpace=wrap;html=1;fillColor=#e1d5e7;strokeColor=#9673a6;" value="Отменен" vertex="1">
          <mxGeometry height="45" width="120" x="1155" y="740" as="geometry" />
        </mxCell>
        <mxCell id="g0pQmNP9uAlrfDevc1Wt-68" parent="1" style="text;html=1;whiteSpace=wrap;strokeColor=none;fillColor=none;align=center;verticalAlign=middle;rounded=0;" value="Отмена заказа" vertex="1">
          <mxGeometry height="30" width="120" x="1220" y="700" as="geometry" />
        </mxCell>
        <mxCell id="g0pQmNP9uAlrfDevc1Wt-70" parent="1" style="text;html=1;whiteSpace=wrap;strokeColor=none;fillColor=none;align=center;verticalAlign=middle;rounded=0;" value="Оплата не прошла&lt;div&gt;(ошибка)&lt;/div&gt;" vertex="1">
          <mxGeometry height="50" width="130" x="950" y="695" as="geometry" />
        </mxCell>
        <mxCell id="g0pQmNP9uAlrfDevc1Wt-75" edge="1" parent="1" source="g0pQmNP9uAlrfDevc1Wt-71" style="edgeStyle=none;rounded=0;orthogonalLoop=1;jettySize=auto;html=1;exitX=1;exitY=0.5;exitDx=0;exitDy=0;" target="g0pQmNP9uAlrfDevc1Wt-74">
          <mxGeometry relative="1" as="geometry" />
        </mxCell>
        <mxCell id="g0pQmNP9uAlrfDevc1Wt-71" parent="1" style="rounded=1;whiteSpace=wrap;html=1;fillColor=#fff2cc;strokeColor=#d6b656;" value="Доступ к курсу&amp;nbsp;&lt;div&gt;открыт&lt;/div&gt;" vertex="1">
          <mxGeometry height="45" width="120" x="1330" y="740" as="geometry" />
        </mxCell>
        <mxCell id="g0pQmNP9uAlrfDevc1Wt-74" parent="1" style="ellipse;html=1;shape=endState;fillColor=#000000;strokeColor=#000000;" value="" vertex="1">
          <mxGeometry height="30" width="30" x="1490" y="747.5" as="geometry" />
        </mxCell>
        <mxCell id="g0pQmNP9uAlrfDevc1Wt-76" parent="1" style="text;html=1;whiteSpace=wrap;strokeColor=#000000;fillColor=none;align=center;verticalAlign=middle;rounded=0;fontSize=12;" value="Оплата успешна" vertex="1">
          <mxGeometry width="120" x="1260" y="640" as="geometry" />
        </mxCell>
        <mxCell id="g0pQmNP9uAlrfDevc1Wt-78" parent="1" style="shape=umlActor;verticalLabelPosition=bottom;verticalAlign=top;html=1;" value="Студент" vertex="1">
          <mxGeometry height="40" width="20" x="20" y="480" as="geometry" />
        </mxCell>
        <mxCell id="g0pQmNP9uAlrfDevc1Wt-79" parent="1" style="html=1;whiteSpace=wrap;fillColor=#dae8fc;strokeColor=#6c8ebf;" value="Веб-интерфейс" vertex="1">
          <mxGeometry height="30" width="100" x="160" y="480" as="geometry" />
        </mxCell>
        <mxCell id="g0pQmNP9uAlrfDevc1Wt-84" edge="1" parent="1" source="g0pQmNP9uAlrfDevc1Wt-80" style="edgeStyle=none;rounded=0;orthogonalLoop=1;jettySize=auto;html=1;curved=0;exitX=1;exitY=0;exitDx=0;exitDy=5;exitPerimeter=0;" target="g0pQmNP9uAlrfDevc1Wt-81">
          <mxGeometry relative="1" as="geometry" />
        </mxCell>
        <mxCell id="g0pQmNP9uAlrfDevc1Wt-80" parent="1" style="html=1;points=[[0,0,0,0,5],[0,1,0,0,-5],[1,0,0,0,5],[1,1,0,0,-5]];perimeter=orthogonalPerimeter;outlineConnect=0;targetShapes=umlLifeline;portConstraint=eastwest;newEdgeStyle={&quot;curved&quot;:0,&quot;rounded&quot;:0};" value="" vertex="1">
          <mxGeometry height="295" width="10" x="25" y="545" as="geometry" />
        </mxCell>
        <mxCell id="g0pQmNP9uAlrfDevc1Wt-97" edge="1" parent="1" source="g0pQmNP9uAlrfDevc1Wt-81" style="edgeStyle=none;rounded=0;orthogonalLoop=1;jettySize=auto;html=1;curved=0;" target="g0pQmNP9uAlrfDevc1Wt-94">
          <mxGeometry relative="1" as="geometry">
            <Array as="points">
              <mxPoint x="330" y="560" />
            </Array>
          </mxGeometry>
        </mxCell>
+         <mxCell id="g0pQmNP9uAlrfDevc1Wt-108" edge="1" parent="1" source="g0pQmNP9uAlrfDevc1Wt-81" style="edgeStyle=none;rounded=0;orthogonalLoop=1;jettySize=auto;html=1;curved=0;dashed=1;endArrow=none;endFill=0;" target="g0pQmNP9uAlrfDevc1Wt-87">
+           <mxGeometry relative="1" as="geometry" />
+         </mxCell>
        <mxCell id="g0pQmNP9uAlrfDevc1Wt-81" parent="1" style="html=1;points=[[0,0,0,0,5],[0,1,0,0,-5],[1,0,0,0,5],[1,1,0,0,-5]];perimeter=orthogonalPerimeter;outlineConnect=0;targetShapes=umlLifeline;portConstraint=eastwest;newEdgeStyle={&quot;curved&quot;:0,&quot;rounded&quot;:0};" value="" vertex="1">
          <mxGeometry height="80" width="10" x="205" y="545" as="geometry" />
        </mxCell>
        <mxCell id="g0pQmNP9uAlrfDevc1Wt-82" edge="1" parent="1" source="g0pQmNP9uAlrfDevc1Wt-78" style="edgeStyle=none;rounded=0;orthogonalLoop=1;jettySize=auto;html=1;exitX=0.5;exitY=0.5;exitDx=0;exitDy=0;exitPerimeter=0;dashed=1;endArrow=none;endFill=0;" target="g0pQmNP9uAlrfDevc1Wt-80">
          <mxGeometry relative="1" as="geometry" />
        </mxCell>
        <mxCell id="g0pQmNP9uAlrfDevc1Wt-85" edge="1" parent="1" source="g0pQmNP9uAlrfDevc1Wt-79" style="edgeStyle=none;rounded=0;orthogonalLoop=1;jettySize=auto;html=1;exitX=0.5;exitY=1;exitDx=0;exitDy=0;entryX=0.485;entryY=-0.01;entryDx=0;entryDy=0;entryPerimeter=0;dashed=1;endArrow=none;endFill=0;" target="g0pQmNP9uAlrfDevc1Wt-81">
          <mxGeometry relative="1" as="geometry" />
        </mxCell>
        <mxCell id="g0pQmNP9uAlrfDevc1Wt-86" parent="1" style="text;html=1;whiteSpace=wrap;strokeColor=none;fillColor=none;align=center;verticalAlign=middle;rounded=0;" value="1. Открыть каталог" vertex="1">
          <mxGeometry height="30" width="120" x="60" y="527.5" as="geometry" />
        </mxCell>
+         <mxCell id="g0pQmNP9uAlrfDevc1Wt-110" edge="1" parent="1" source="g0pQmNP9uAlrfDevc1Wt-87" style="edgeStyle=none;rounded=0;orthogonalLoop=1;jettySize=auto;html=1;curved=0;exitX=1.117;exitY=0.131;exitDx=0;exitDy=0;exitPerimeter=0;" target="g0pQmNP9uAlrfDevc1Wt-109">
+           <mxGeometry relative="1" as="geometry" />
+         </mxCell>
+         <mxCell id="g0pQmNP9uAlrfDevc1Wt-129" edge="1" parent="1" source="g0pQmNP9uAlrfDevc1Wt-87" style="edgeStyle=none;rounded=0;orthogonalLoop=1;jettySize=auto;html=1;curved=0;endArrow=none;endFill=0;" target="g0pQmNP9uAlrfDevc1Wt-88">
+           <mxGeometry relative="1" as="geometry" />
+         </mxCell>
        <mxCell id="g0pQmNP9uAlrfDevc1Wt-87" parent="1" style="html=1;points=[[0,0,0,0,5],[0,1,0,0,-5],[1,0,0,0,5],[1,1,0,0,-5]];perimeter=orthogonalPerimeter;outlineConnect=0;targetShapes=umlLifeline;portConstraint=eastwest;newEdgeStyle={&quot;curved&quot;:0,&quot;rounded&quot;:0};" value="" vertex="1">
          <mxGeometry height="80" width="10" x="205" y="640" as="geometry" />
        </mxCell>
+         <mxCell id="g0pQmNP9uAlrfDevc1Wt-156" edge="1" parent="1" source="g0pQmNP9uAlrfDevc1Wt-88" style="edgeStyle=none;rounded=0;orthogonalLoop=1;jettySize=auto;html=1;curved=0;exitX=0;exitY=0;exitDx=0;exitDy=5;exitPerimeter=0;startArrow=classic;startFill=1;" target="g0pQmNP9uAlrfDevc1Wt-80">
+           <mxGeometry relative="1" as="geometry" />
+         </mxCell>
        <mxCell id="g0pQmNP9uAlrfDevc1Wt-88" parent="1" style="html=1;points=[[0,0,0,0,5],[0,1,0,0,-5],[1,0,0,0,5],[1,1,0,0,-5]];perimeter=orthogonalPerimeter;outlineConnect=0;targetShapes=umlLifeline;portConstraint=eastwest;newEdgeStyle={&quot;curved&quot;:0,&quot;rounded&quot;:0};" value="" vertex="1">
-           <mxGeometry height="110" width="10" x="205" y="730" as="geometry" />
+           <mxGeometry height="120" width="10" x="205" y="730" as="geometry" />
        </mxCell>
        <mxCell id="g0pQmNP9uAlrfDevc1Wt-105" edge="1" parent="1" style="edgeStyle=none;rounded=0;orthogonalLoop=1;jettySize=auto;html=1;curved=0;exitX=0;exitY=1;exitDx=0;exitDy=-5;exitPerimeter=0;">
          <mxGeometry relative="1" as="geometry">
            <mxPoint x="325" y="610" as="sourcePoint" />
            <mxPoint x="215" y="610" as="targetPoint" />
          </mxGeometry>
        </mxCell>
        <mxCell id="g0pQmNP9uAlrfDevc1Wt-89" parent="1" style="html=1;points=[[0,0,0,0,5],[0,1,0,0,-5],[1,0,0,0,5],[1,1,0,0,-5]];perimeter=orthogonalPerimeter;outlineConnect=0;targetShapes=umlLifeline;portConstraint=eastwest;newEdgeStyle={&quot;curved&quot;:0,&quot;rounded&quot;:0};" value="" vertex="1">
          <mxGeometry height="52.5" width="10" x="325" y="557.5" as="geometry" />
        </mxCell>
        <mxCell id="g0pQmNP9uAlrfDevc1Wt-99" edge="1" parent="1" source="g0pQmNP9uAlrfDevc1Wt-90" style="edgeStyle=none;rounded=0;orthogonalLoop=1;jettySize=auto;html=1;exitX=0.5;exitY=1;exitDx=0;exitDy=0;endArrow=none;endFill=0;dashed=1;" target="g0pQmNP9uAlrfDevc1Wt-89">
          <mxGeometry relative="1" as="geometry" />
        </mxCell>
        <mxCell id="g0pQmNP9uAlrfDevc1Wt-90" parent="1" style="html=1;whiteSpace=wrap;fillColor=#dae8fc;strokeColor=#6c8ebf;" value="Сервис курсов" vertex="1">
          <mxGeometry height="30" width="100" x="280" y="480" as="geometry" />
        </mxCell>
+         <mxCell id="g0pQmNP9uAlrfDevc1Wt-107" edge="1" parent="1" source="g0pQmNP9uAlrfDevc1Wt-91" style="edgeStyle=none;rounded=0;orthogonalLoop=1;jettySize=auto;html=1;exitX=0.5;exitY=1;exitDx=0;exitDy=0;endArrow=none;endFill=0;dashed=1;" target="g0pQmNP9uAlrfDevc1Wt-94">
+           <mxGeometry relative="1" as="geometry" />
+         </mxCell>
        <mxCell id="g0pQmNP9uAlrfDevc1Wt-91" parent="1" style="html=1;whiteSpace=wrap;fillColor=#dae8fc;strokeColor=#6c8ebf;" value="Сервис фильтрации" vertex="1">
          <mxGeometry height="30" width="120" x="390" y="480" as="geometry" />
        </mxCell>
        <mxCell id="g0pQmNP9uAlrfDevc1Wt-92" parent="1" style="html=1;whiteSpace=wrap;fillColor=#dae8fc;strokeColor=#6c8ebf;" value="Сервис платежей" vertex="1">
-           <mxGeometry height="30" width="105" x="525" y="480" as="geometry" />
+           <mxGeometry height="30" width="105" x="550" y="480" as="geometry" />
+         </mxCell>
+         <mxCell id="g0pQmNP9uAlrfDevc1Wt-117" edge="1" parent="1" source="g0pQmNP9uAlrfDevc1Wt-93" style="edgeStyle=none;rounded=0;orthogonalLoop=1;jettySize=auto;html=1;exitX=0.5;exitY=1;exitDx=0;exitDy=0;endArrow=none;endFill=0;dashed=1;" target="g0pQmNP9uAlrfDevc1Wt-114">
+           <mxGeometry relative="1" as="geometry" />
        </mxCell>
        <mxCell id="g0pQmNP9uAlrfDevc1Wt-93" parent="1" style="html=1;whiteSpace=wrap;fillColor=#dae8fc;strokeColor=#6c8ebf;" value="База данных" vertex="1">
-           <mxGeometry height="30" width="105" x="665" y="480" as="geometry" />
+           <mxGeometry height="30" width="105" x="692.5" y="480" as="geometry" />
+         </mxCell>
+         <mxCell id="g0pQmNP9uAlrfDevc1Wt-113" edge="1" parent="1" source="g0pQmNP9uAlrfDevc1Wt-94" style="edgeStyle=none;rounded=0;orthogonalLoop=1;jettySize=auto;html=1;curved=0;endArrow=none;endFill=0;dashed=1;" target="g0pQmNP9uAlrfDevc1Wt-109">
+           <mxGeometry relative="1" as="geometry" />
+         </mxCell>
+         <mxCell id="g0pQmNP9uAlrfDevc1Wt-115" edge="1" parent="1" source="g0pQmNP9uAlrfDevc1Wt-94" style="edgeStyle=none;rounded=0;orthogonalLoop=1;jettySize=auto;html=1;curved=0;exitX=1;exitY=1;exitDx=0;exitDy=-5;exitPerimeter=0;" target="g0pQmNP9uAlrfDevc1Wt-114">
+           <mxGeometry relative="1" as="geometry" />
        </mxCell>
        <mxCell id="g0pQmNP9uAlrfDevc1Wt-94" parent="1" style="html=1;points=[[0,0,0,0,5],[0,1,0,0,-5],[1,0,0,0,5],[1,1,0,0,-5]];perimeter=orthogonalPerimeter;outlineConnect=0;targetShapes=umlLifeline;portConstraint=eastwest;newEdgeStyle={&quot;curved&quot;:0,&quot;rounded&quot;:0};" value="" vertex="1">
-           <mxGeometry height="15" width="10" x="445" y="557.5" as="geometry" />
+           <mxGeometry height="12.5" width="10" x="445" y="557.5" as="geometry" />
        </mxCell>
        <mxCell id="g0pQmNP9uAlrfDevc1Wt-98" parent="1" style="text;html=1;whiteSpace=wrap;strokeColor=none;fillColor=none;align=center;verticalAlign=middle;rounded=0;" value="2. Запрос списка курсов" vertex="1">
          <mxGeometry height="30" width="160" x="260" y="535" as="geometry" />
        </mxCell>
-         <mxCell id="g0pQmNP9uAlrfDevc1Wt-102" parent="1" style="shape=stencil(fZbdcgIhDIWfZm8zQAg/17Z9j85U606tdqz9e/tmZ0c0uJ47xP0I5JwEBl59bp8/1kNwn6fj4W39M76ctgM/DCGM++36OJ50NPDjwKvN4bh+PR6+9i/z74/n6ctp9H74nlb4nbmSKZeJCu5vngmZ6jzzNAO7cX8FVKEsBuBKrgKg9oAE8gkCbLeUhEoEQKSUDZDLeWYRKIl8MEDRmHwfyBrBG6Amyu4+kDxxMoB3jhwgYu7TVAsVkFcWCs4CTBEoF4RctKeOxHIf8IXYpikHikAIf+MNUW94AGSSaoAoFIE3AlOyeWU+p2E5S9yfQZcQILVuQOwZdJNoS9Ls3wA5u2XZTIHECqeJ9kDpSaauRiNVcAY1QhdBzeLBli5WazpkSsBLV25uRaqWRyFawTQzRRIQYirJzq5atkBqLfouwqUxLBepthWb10vrWZY6UOAeyKCCtDV625mm9gmUC4Wc3VLJMMIE1BsA2FW9JraVlQB7n3c9oMKhCLEvIM1zBPZ25/umNQ1tVEC2G+fFCC8g398O2hNQuQlVu752DBfA+q0ptnqO5JFmeuIuo9DY7KjY71UxdJV4EntifPWorW++R/dC4t7V3DlIB5cHx2bc7eb3yvX//QNFp+bHDT/+Aw==);lineShape=1;strokeColor=default;" value="" vertex="1">
-           <mxGeometry height="1.3522423815526923" width="1.3543593542361623" x="485.1066553166596" y="578.1522644807303" as="geometry" />
-         </mxCell>
        <mxCell id="g0pQmNP9uAlrfDevc1Wt-106" parent="1" style="text;html=1;whiteSpace=wrap;strokeColor=none;fillColor=none;align=center;verticalAlign=middle;rounded=0;" value="3. Показать курсы" vertex="1">
          <mxGeometry height="30" width="110" x="215" y="585" as="geometry" />
+         </mxCell>
+         <mxCell id="g0pQmNP9uAlrfDevc1Wt-122" edge="1" parent="1" source="g0pQmNP9uAlrfDevc1Wt-109" style="edgeStyle=none;rounded=0;orthogonalLoop=1;jettySize=auto;html=1;curved=0;exitX=1;exitY=0;exitDx=0;exitDy=5;exitPerimeter=0;" target="g0pQmNP9uAlrfDevc1Wt-118">
+           <mxGeometry relative="1" as="geometry" />
+         </mxCell>
+         <mxCell id="g0pQmNP9uAlrfDevc1Wt-127" edge="1" parent="1" source="g0pQmNP9uAlrfDevc1Wt-109" style="edgeStyle=none;rounded=0;orthogonalLoop=1;jettySize=auto;html=1;curved=0;exitX=0;exitY=1;exitDx=0;exitDy=-5;exitPerimeter=0;dashed=1;" target="g0pQmNP9uAlrfDevc1Wt-87">
+           <mxGeometry relative="1" as="geometry" />
+         </mxCell>
+         <mxCell id="g0pQmNP9uAlrfDevc1Wt-109" parent="1" style="html=1;points=[[0,0,0,0,5],[0,1,0,0,-5],[1,0,0,0,5],[1,1,0,0,-5]];perimeter=orthogonalPerimeter;outlineConnect=0;targetShapes=umlLifeline;portConstraint=eastwest;newEdgeStyle={&quot;curved&quot;:0,&quot;rounded&quot;:0};" value="" vertex="1">
+           <mxGeometry height="60" width="10" x="445" y="650" as="geometry" />
+         </mxCell>
+         <mxCell id="g0pQmNP9uAlrfDevc1Wt-158" edge="1" parent="1" source="g0pQmNP9uAlrfDevc1Wt-111" style="edgeStyle=none;rounded=0;orthogonalLoop=1;jettySize=auto;html=1;exitX=0;exitY=0.75;exitDx=0;exitDy=0;startArrow=classic;startFill=1;" target="g0pQmNP9uAlrfDevc1Wt-80">
+           <mxGeometry relative="1" as="geometry" />
+         </mxCell>
+         <mxCell id="g0pQmNP9uAlrfDevc1Wt-111" parent="1" style="text;html=1;whiteSpace=wrap;strokeColor=none;fillColor=none;align=center;verticalAlign=middle;rounded=0;" value="5. Применить фильтры" vertex="1">
+           <mxGeometry height="30" width="160" x="205" y="625" as="geometry" />
+         </mxCell>
+         <mxCell id="g0pQmNP9uAlrfDevc1Wt-112" edge="1" parent="1" source="g0pQmNP9uAlrfDevc1Wt-89" style="edgeStyle=none;rounded=0;orthogonalLoop=1;jettySize=auto;html=1;curved=0;exitX=1;exitY=1;exitDx=0;exitDy=-5;exitPerimeter=0;" target="g0pQmNP9uAlrfDevc1Wt-89">
+           <mxGeometry relative="1" as="geometry" />
+         </mxCell>
+         <mxCell id="g0pQmNP9uAlrfDevc1Wt-119" edge="1" parent="1" source="g0pQmNP9uAlrfDevc1Wt-114" style="edgeStyle=none;rounded=0;orthogonalLoop=1;jettySize=auto;html=1;curved=0;exitX=0;exitY=1;exitDx=0;exitDy=-5;exitPerimeter=0;dashed=1;" target="g0pQmNP9uAlrfDevc1Wt-89">
+           <mxGeometry relative="1" as="geometry" />
+         </mxCell>
+         <mxCell id="g0pQmNP9uAlrfDevc1Wt-121" edge="1" parent="1" source="g0pQmNP9uAlrfDevc1Wt-114" style="edgeStyle=none;rounded=0;orthogonalLoop=1;jettySize=auto;html=1;curved=0;dashed=1;endArrow=none;endFill=0;" target="g0pQmNP9uAlrfDevc1Wt-118">
+           <mxGeometry relative="1" as="geometry" />
+         </mxCell>
+         <mxCell id="g0pQmNP9uAlrfDevc1Wt-114" parent="1" style="html=1;points=[[0,0,0,0,5],[0,1,0,0,-5],[1,0,0,0,5],[1,1,0,0,-5]];perimeter=orthogonalPerimeter;outlineConnect=0;targetShapes=umlLifeline;portConstraint=eastwest;newEdgeStyle={&quot;curved&quot;:0,&quot;rounded&quot;:0};" value="" vertex="1">
+           <mxGeometry height="60" width="10" x="740" y="545" as="geometry" />
+         </mxCell>
+         <mxCell id="g0pQmNP9uAlrfDevc1Wt-116" parent="1" style="text;html=1;whiteSpace=wrap;strokeColor=none;fillColor=none;align=center;verticalAlign=middle;rounded=0;" value="2.1 Получить курсы" vertex="1">
+           <mxGeometry height="30" width="140" x="450" y="540" as="geometry" />
+         </mxCell>
+         <mxCell id="g0pQmNP9uAlrfDevc1Wt-124" edge="1" parent="1" source="g0pQmNP9uAlrfDevc1Wt-118" style="edgeStyle=none;rounded=0;orthogonalLoop=1;jettySize=auto;html=1;curved=0;exitX=0;exitY=1;exitDx=0;exitDy=-5;exitPerimeter=0;dashed=1;" target="g0pQmNP9uAlrfDevc1Wt-109">
+           <mxGeometry relative="1" as="geometry" />
+         </mxCell>
+         <mxCell id="g0pQmNP9uAlrfDevc1Wt-150" edge="1" parent="1" source="g0pQmNP9uAlrfDevc1Wt-118" style="edgeStyle=none;rounded=0;orthogonalLoop=1;jettySize=auto;html=1;curved=0;dashed=1;endArrow=none;endFill=0;" target="g0pQmNP9uAlrfDevc1Wt-140">
+           <mxGeometry relative="1" as="geometry" />
+         </mxCell>
+         <mxCell id="g0pQmNP9uAlrfDevc1Wt-118" parent="1" style="html=1;points=[[0,0,0,0,5],[0,1,0,0,-5],[1,0,0,0,5],[1,1,0,0,-5]];perimeter=orthogonalPerimeter;outlineConnect=0;targetShapes=umlLifeline;portConstraint=eastwest;newEdgeStyle={&quot;curved&quot;:0,&quot;rounded&quot;:0};" value="" vertex="1">
+           <mxGeometry height="47.5" width="10" x="740" y="652.5" as="geometry" />
+         </mxCell>
+         <mxCell id="g0pQmNP9uAlrfDevc1Wt-120" parent="1" style="text;html=1;whiteSpace=wrap;strokeColor=none;fillColor=none;align=center;verticalAlign=middle;rounded=0;" value="2.2 Список курсов" vertex="1">
+           <mxGeometry height="30" width="150" x="440" y="575" as="geometry" />
+         </mxCell>
+         <mxCell id="g0pQmNP9uAlrfDevc1Wt-123" parent="1" style="text;html=1;whiteSpace=wrap;strokeColor=none;fillColor=none;align=center;verticalAlign=middle;rounded=0;" value="5.1 Запрос с параметрами" vertex="1">
+           <mxGeometry height="30" width="170" x="455" y="629.5" as="geometry" />
+         </mxCell>
+         <mxCell id="g0pQmNP9uAlrfDevc1Wt-125" parent="1" style="text;html=1;whiteSpace=wrap;strokeColor=none;fillColor=none;align=center;verticalAlign=middle;rounded=0;" value="5.2 Отфильтрованные курсы" vertex="1">
+           <mxGeometry height="30" width="190" x="450" y="670" as="geometry" />
+         </mxCell>
+         <mxCell id="g0pQmNP9uAlrfDevc1Wt-126" parent="1" style="text;html=1;whiteSpace=wrap;strokeColor=none;fillColor=none;align=center;verticalAlign=middle;rounded=0;fontStyle=1;fontSize=24;" value="UML - диаграммы онлайн школы: выбор подходящего курса студентом" vertex="1">
+           <mxGeometry height="30" width="1010" x="280" y="-60" as="geometry" />
+         </mxCell>
+         <mxCell id="g0pQmNP9uAlrfDevc1Wt-128" parent="1" style="text;html=1;whiteSpace=wrap;strokeColor=none;fillColor=none;align=center;verticalAlign=middle;rounded=0;" value="6. Показать&lt;div&gt;&amp;nbsp;отфильтрованные курсы&lt;/div&gt;" vertex="1">
+           <mxGeometry height="30" width="220" x="180" y="670" as="geometry" />
+         </mxCell>
+         <mxCell id="g0pQmNP9uAlrfDevc1Wt-130" edge="1" parent="1" style="edgeStyle=none;rounded=0;orthogonalLoop=1;jettySize=auto;html=1;curved=0;entryX=0.408;entryY=0.999;entryDx=0;entryDy=0;entryPerimeter=0;dashed=1;endArrow=none;endFill=0;" target="g0pQmNP9uAlrfDevc1Wt-49">
+           <mxGeometry relative="1" as="geometry">
+             <mxPoint x="330" y="610" as="sourcePoint" />
+           </mxGeometry>
+         </mxCell>
+         <mxCell id="g0pQmNP9uAlrfDevc1Wt-131" edge="1" parent="1" source="g0pQmNP9uAlrfDevc1Wt-92" style="edgeStyle=none;rounded=0;orthogonalLoop=1;jettySize=auto;html=1;exitX=0.5;exitY=1;exitDx=0;exitDy=0;entryX=0.744;entryY=1;entryDx=0;entryDy=0;entryPerimeter=0;dashed=1;endArrow=none;endFill=0;" target="g0pQmNP9uAlrfDevc1Wt-49">
+           <mxGeometry relative="1" as="geometry" />
+         </mxCell>
+         <mxCell id="g0pQmNP9uAlrfDevc1Wt-142" edge="1" parent="1" source="g0pQmNP9uAlrfDevc1Wt-132" style="edgeStyle=none;rounded=0;orthogonalLoop=1;jettySize=auto;html=1;curved=0;exitX=1;exitY=0;exitDx=0;exitDy=5;exitPerimeter=0;" target="g0pQmNP9uAlrfDevc1Wt-140">
+           <mxGeometry relative="1" as="geometry" />
+         </mxCell>
+         <mxCell id="g0pQmNP9uAlrfDevc1Wt-132" parent="1" style="html=1;points=[[0,0,0,0,5],[0,1,0,0,-5],[1,0,0,0,5],[1,1,0,0,-5]];perimeter=orthogonalPerimeter;outlineConnect=0;targetShapes=umlLifeline;portConstraint=eastwest;newEdgeStyle={&quot;curved&quot;:0,&quot;rounded&quot;:0};" value="" vertex="1">
+           <mxGeometry height="45" width="10" x="530" y="732.5" as="geometry" />
+         </mxCell>
+         <mxCell id="g0pQmNP9uAlrfDevc1Wt-137" edge="1" parent="1" source="g0pQmNP9uAlrfDevc1Wt-133" style="edgeStyle=none;rounded=0;orthogonalLoop=1;jettySize=auto;html=1;curved=0;exitX=0;exitY=0;exitDx=0;exitDy=5;exitPerimeter=0;startArrow=classic;startFill=1;" target="g0pQmNP9uAlrfDevc1Wt-88">
+           <mxGeometry relative="1" as="geometry" />
+         </mxCell>
+         <mxCell id="g0pQmNP9uAlrfDevc1Wt-139" edge="1" parent="1" source="g0pQmNP9uAlrfDevc1Wt-133" style="edgeStyle=none;rounded=0;orthogonalLoop=1;jettySize=auto;html=1;curved=0;exitX=0;exitY=1;exitDx=0;exitDy=-5;exitPerimeter=0;dashed=1;" target="g0pQmNP9uAlrfDevc1Wt-88">
+           <mxGeometry relative="1" as="geometry" />
+         </mxCell>
+         <mxCell id="g0pQmNP9uAlrfDevc1Wt-133" parent="1" style="html=1;points=[[0,0,0,0,5],[0,1,0,0,-5],[1,0,0,0,5],[1,1,0,0,-5]];perimeter=orthogonalPerimeter;outlineConnect=0;targetShapes=umlLifeline;portConstraint=eastwest;newEdgeStyle={&quot;curved&quot;:0,&quot;rounded&quot;:0};" value="" vertex="1">
+           <mxGeometry height="47.5" width="10" x="530" y="790" as="geometry" />
+         </mxCell>
+         <mxCell id="g0pQmNP9uAlrfDevc1Wt-134" edge="1" parent="1" source="g0pQmNP9uAlrfDevc1Wt-88" style="edgeStyle=none;rounded=0;orthogonalLoop=1;jettySize=auto;html=1;curved=0;entryX=0;entryY=0;entryDx=0;entryDy=5;entryPerimeter=0;" target="g0pQmNP9uAlrfDevc1Wt-132">
+           <mxGeometry relative="1" as="geometry" />
+         </mxCell>
+         <mxCell id="g0pQmNP9uAlrfDevc1Wt-135" parent="1" style="text;html=1;whiteSpace=wrap;strokeColor=none;fillColor=none;align=center;verticalAlign=middle;rounded=0;" value="8. Создать заказ" vertex="1">
+           <mxGeometry height="30" width="110" x="310" y="715" as="geometry" />
+         </mxCell>
+         <mxCell id="g0pQmNP9uAlrfDevc1Wt-136" edge="1" parent="1" source="g0pQmNP9uAlrfDevc1Wt-132" style="edgeStyle=none;rounded=0;orthogonalLoop=1;jettySize=auto;html=1;curved=0;endArrow=none;endFill=0;" target="g0pQmNP9uAlrfDevc1Wt-133">
+           <mxGeometry relative="1" as="geometry" />
+         </mxCell>
+         <mxCell id="g0pQmNP9uAlrfDevc1Wt-138" parent="1" style="text;html=1;whiteSpace=wrap;strokeColor=none;fillColor=none;align=center;verticalAlign=middle;rounded=0;" value="9. Оплатить" vertex="1">
+           <mxGeometry height="30" width="95" x="305" y="770" as="geometry" />
+         </mxCell>
+         <mxCell id="g0pQmNP9uAlrfDevc1Wt-144" edge="1" parent="1" source="g0pQmNP9uAlrfDevc1Wt-140" style="edgeStyle=none;rounded=0;orthogonalLoop=1;jettySize=auto;html=1;curved=0;exitX=0;exitY=1;exitDx=0;exitDy=-5;exitPerimeter=0;dashed=1;" target="g0pQmNP9uAlrfDevc1Wt-132">
+           <mxGeometry relative="1" as="geometry" />
+         </mxCell>
+         <mxCell id="g0pQmNP9uAlrfDevc1Wt-151" edge="1" parent="1" source="g0pQmNP9uAlrfDevc1Wt-140" style="edgeStyle=none;rounded=0;orthogonalLoop=1;jettySize=auto;html=1;curved=0;endArrow=none;endFill=0;dashed=1;" target="g0pQmNP9uAlrfDevc1Wt-141">
+           <mxGeometry relative="1" as="geometry" />
+         </mxCell>
+         <mxCell id="g0pQmNP9uAlrfDevc1Wt-140" parent="1" style="html=1;points=[[0,0,0,0,5],[0,1,0,0,-5],[1,0,0,0,5],[1,1,0,0,-5]];perimeter=orthogonalPerimeter;outlineConnect=0;targetShapes=umlLifeline;portConstraint=eastwest;newEdgeStyle={&quot;curved&quot;:0,&quot;rounded&quot;:0};" value="" vertex="1">
+           <mxGeometry height="40" width="10" x="740" y="730" as="geometry" />
+         </mxCell>
+         <mxCell id="g0pQmNP9uAlrfDevc1Wt-141" parent="1" style="html=1;points=[[0,0,0,0,5],[0,1,0,0,-5],[1,0,0,0,5],[1,1,0,0,-5]];perimeter=orthogonalPerimeter;outlineConnect=0;targetShapes=umlLifeline;portConstraint=eastwest;newEdgeStyle={&quot;curved&quot;:0,&quot;rounded&quot;:0};" value="" vertex="1">
+           <mxGeometry height="45" width="10" x="740" y="790" as="geometry" />
+         </mxCell>
+         <mxCell id="g0pQmNP9uAlrfDevc1Wt-143" parent="1" style="text;html=1;whiteSpace=wrap;strokeColor=none;fillColor=none;align=center;verticalAlign=middle;rounded=0;" value="8.1 Сохранить заказ" vertex="1">
+           <mxGeometry height="30" width="160" x="560" y="710" as="geometry" />
+         </mxCell>
+         <mxCell id="g0pQmNP9uAlrfDevc1Wt-145" parent="1" style="text;html=1;whiteSpace=wrap;strokeColor=none;fillColor=none;align=center;verticalAlign=middle;rounded=0;" value="8.2 Заказ создан" vertex="1">
+           <mxGeometry height="30" width="160" x="550" y="740" as="geometry" />
+         </mxCell>
+         <mxCell id="g0pQmNP9uAlrfDevc1Wt-146" edge="1" parent="1" source="g0pQmNP9uAlrfDevc1Wt-133" style="edgeStyle=none;rounded=0;orthogonalLoop=1;jettySize=auto;html=1;curved=0;exitX=1;exitY=0;exitDx=0;exitDy=5;exitPerimeter=0;entryX=0;entryY=0;entryDx=0;entryDy=5;entryPerimeter=0;" target="g0pQmNP9uAlrfDevc1Wt-141">
+           <mxGeometry relative="1" as="geometry" />
+         </mxCell>
+         <mxCell id="g0pQmNP9uAlrfDevc1Wt-147" parent="1" style="text;html=1;whiteSpace=wrap;strokeColor=none;fillColor=none;align=center;verticalAlign=middle;rounded=0;" value="9.1 Обновить статус оплаты" vertex="1">
+           <mxGeometry height="30" width="160" x="580" y="770" as="geometry" />
+         </mxCell>
+         <mxCell id="g0pQmNP9uAlrfDevc1Wt-148" edge="1" parent="1" source="g0pQmNP9uAlrfDevc1Wt-141" style="edgeStyle=none;rounded=0;orthogonalLoop=1;jettySize=auto;html=1;curved=0;exitX=0;exitY=1;exitDx=0;exitDy=-5;exitPerimeter=0;entryX=1;entryY=0.842;entryDx=0;entryDy=0;entryPerimeter=0;dashed=1;" target="g0pQmNP9uAlrfDevc1Wt-133">
+           <mxGeometry relative="1" as="geometry" />
+         </mxCell>
+         <mxCell id="g0pQmNP9uAlrfDevc1Wt-149" parent="1" style="text;html=1;whiteSpace=wrap;strokeColor=none;fillColor=none;align=center;verticalAlign=middle;rounded=0;" value="9.2 Оплата успешна" vertex="1">
+           <mxGeometry height="30" width="150" x="565" y="807.5" as="geometry" />
+         </mxCell>
+         <mxCell id="g0pQmNP9uAlrfDevc1Wt-152" edge="1" parent="1" source="g0pQmNP9uAlrfDevc1Wt-141" style="edgeStyle=none;rounded=0;orthogonalLoop=1;jettySize=auto;html=1;curved=0;entryX=0.92;entryY=1.002;entryDx=0;entryDy=0;entryPerimeter=0;dashed=1;endArrow=none;endFill=0;" target="g0pQmNP9uAlrfDevc1Wt-49">
+           <mxGeometry relative="1" as="geometry" />
+         </mxCell>
+         <mxCell id="g0pQmNP9uAlrfDevc1Wt-153" edge="1" parent="1" source="g0pQmNP9uAlrfDevc1Wt-109" style="edgeStyle=none;rounded=0;orthogonalLoop=1;jettySize=auto;html=1;curved=0;entryX=0.557;entryY=0.997;entryDx=0;entryDy=0;entryPerimeter=0;dashed=1;endArrow=none;endFill=0;" target="g0pQmNP9uAlrfDevc1Wt-49">
+           <mxGeometry relative="1" as="geometry" />
+         </mxCell>
+         <mxCell id="g0pQmNP9uAlrfDevc1Wt-154" edge="1" parent="1" source="g0pQmNP9uAlrfDevc1Wt-88" style="edgeStyle=none;rounded=0;orthogonalLoop=1;jettySize=auto;html=1;curved=0;entryX=1;entryY=1;entryDx=0;entryDy=-5;entryPerimeter=0;dashed=1;" target="g0pQmNP9uAlrfDevc1Wt-80">
+           <mxGeometry relative="1" as="geometry" />
+         </mxCell>
+         <mxCell id="g0pQmNP9uAlrfDevc1Wt-155" parent="1" style="text;html=1;whiteSpace=wrap;strokeColor=none;fillColor=none;align=center;verticalAlign=middle;rounded=0;" value="10. Подтверждение&lt;div&gt;&amp;nbsp;и доступ к курсу&lt;/div&gt;" vertex="1">
+           <mxGeometry height="30" width="160" x="35" y="805" as="geometry" />
+         </mxCell>
+         <mxCell id="g0pQmNP9uAlrfDevc1Wt-157" parent="1" style="text;html=1;whiteSpace=wrap;strokeColor=none;fillColor=none;align=center;verticalAlign=middle;rounded=0;" value="7. Выбрать курс" vertex="1">
+           <mxGeometry height="30" width="120" x="60" y="710" as="geometry" />
+         </mxCell>
+         <mxCell id="g0pQmNP9uAlrfDevc1Wt-159" parent="1" style="text;html=1;whiteSpace=wrap;strokeColor=none;fillColor=none;align=center;verticalAlign=middle;rounded=0;" value="4.Установить фильтры (время, стоимость)" vertex="1">
+           <mxGeometry height="30" width="160" x="40" y="615" as="geometry" />
        </mxCell>
      </root>
    </mxGraphModel>
  </diagram>
</mxfile>
